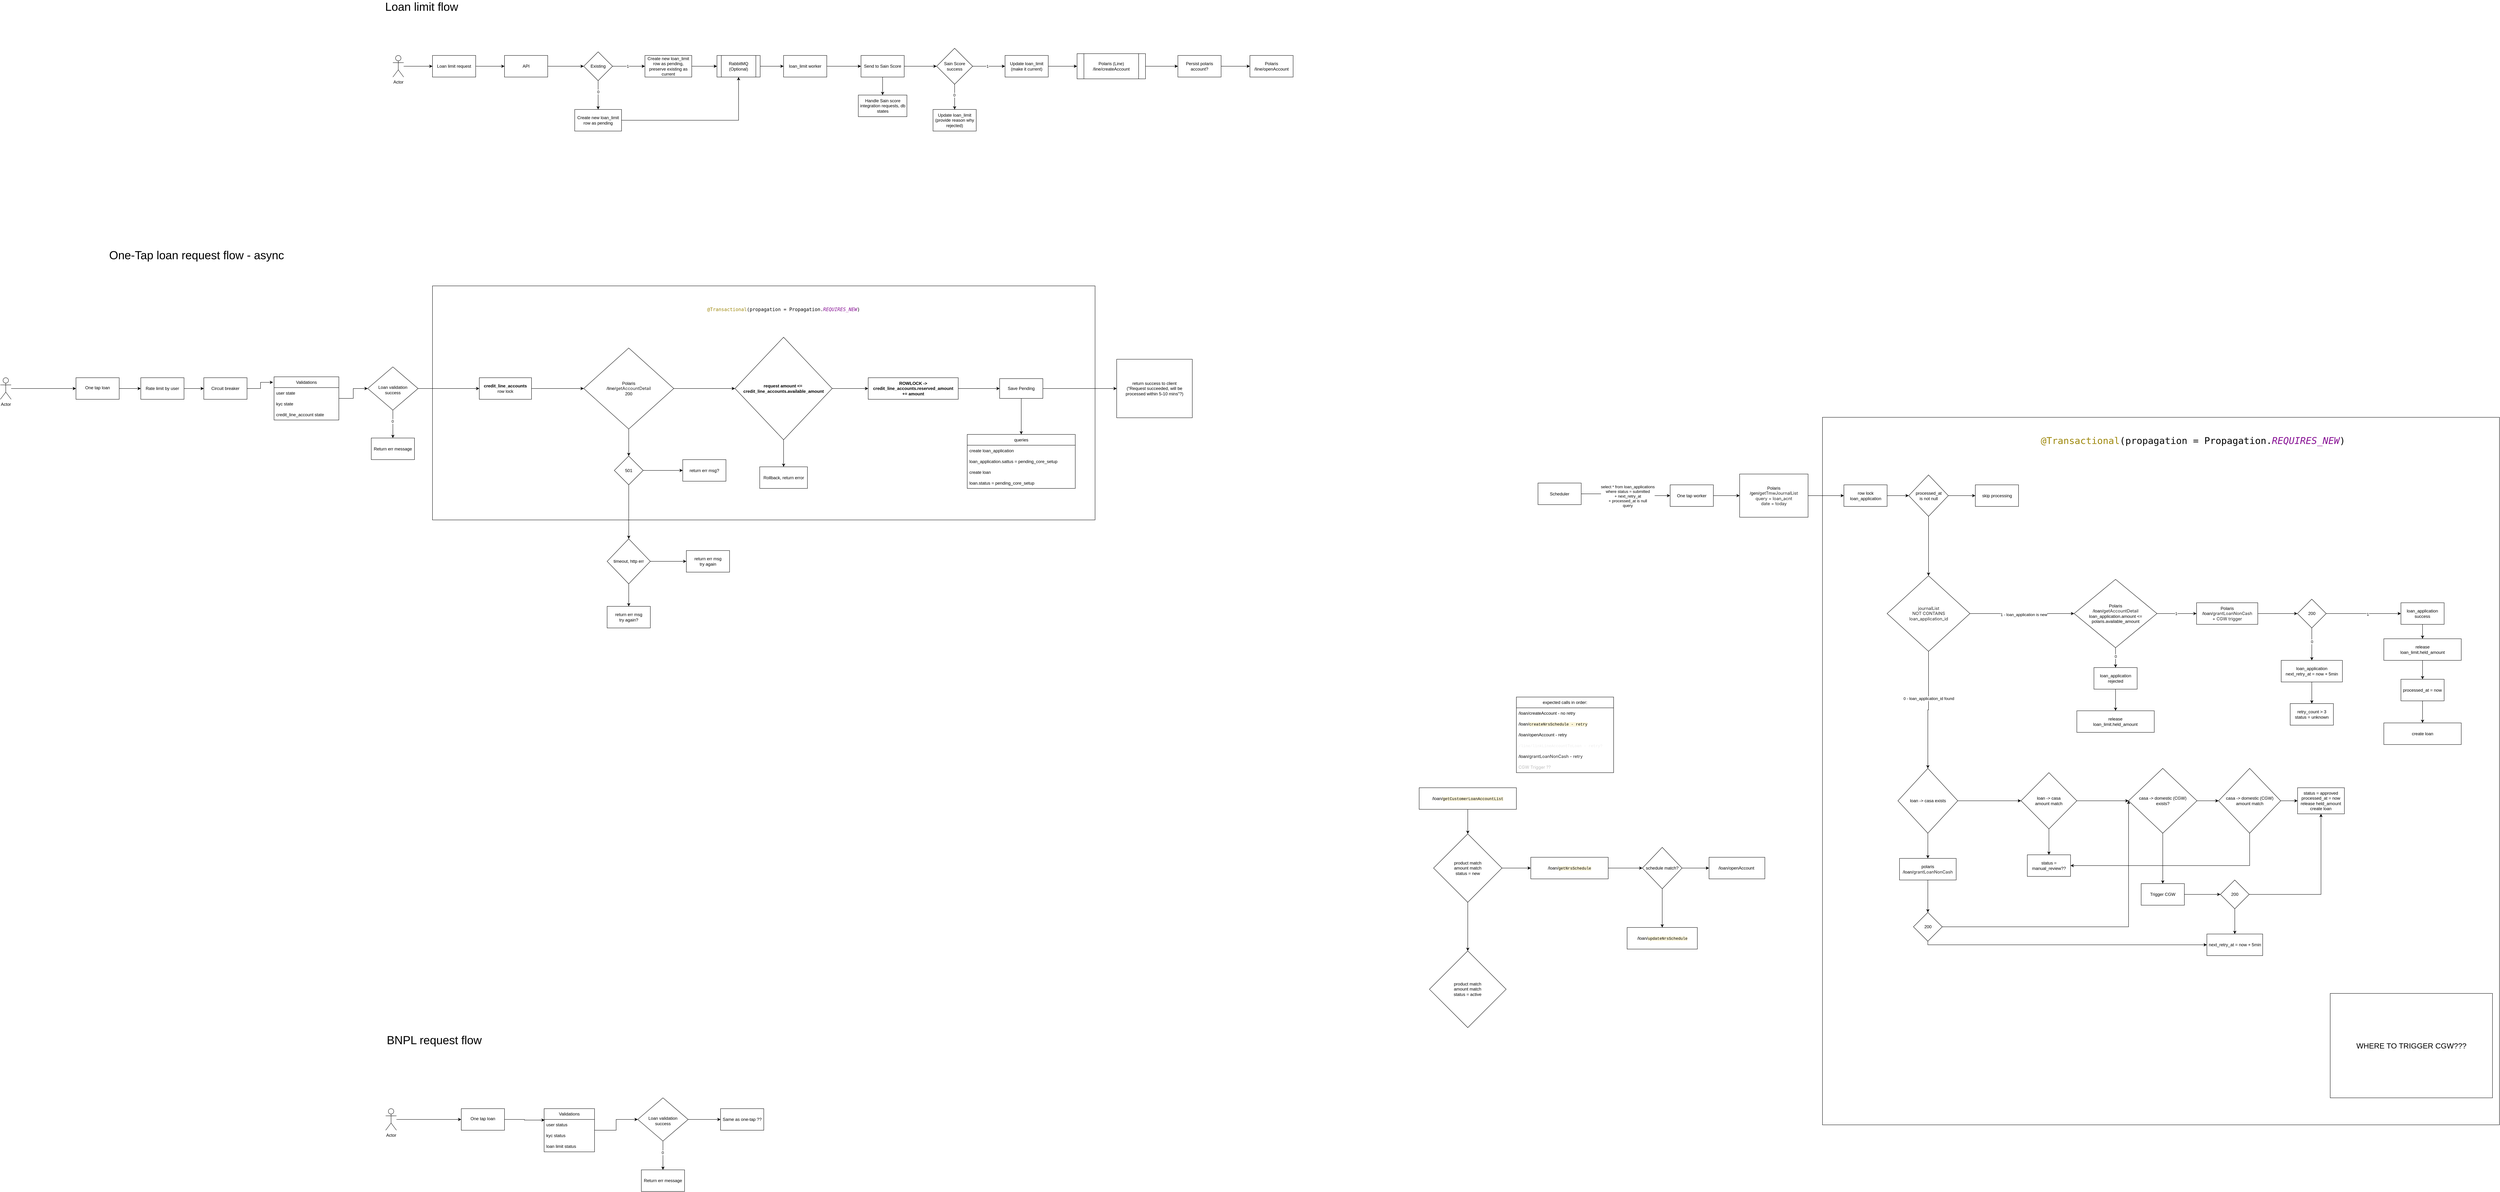
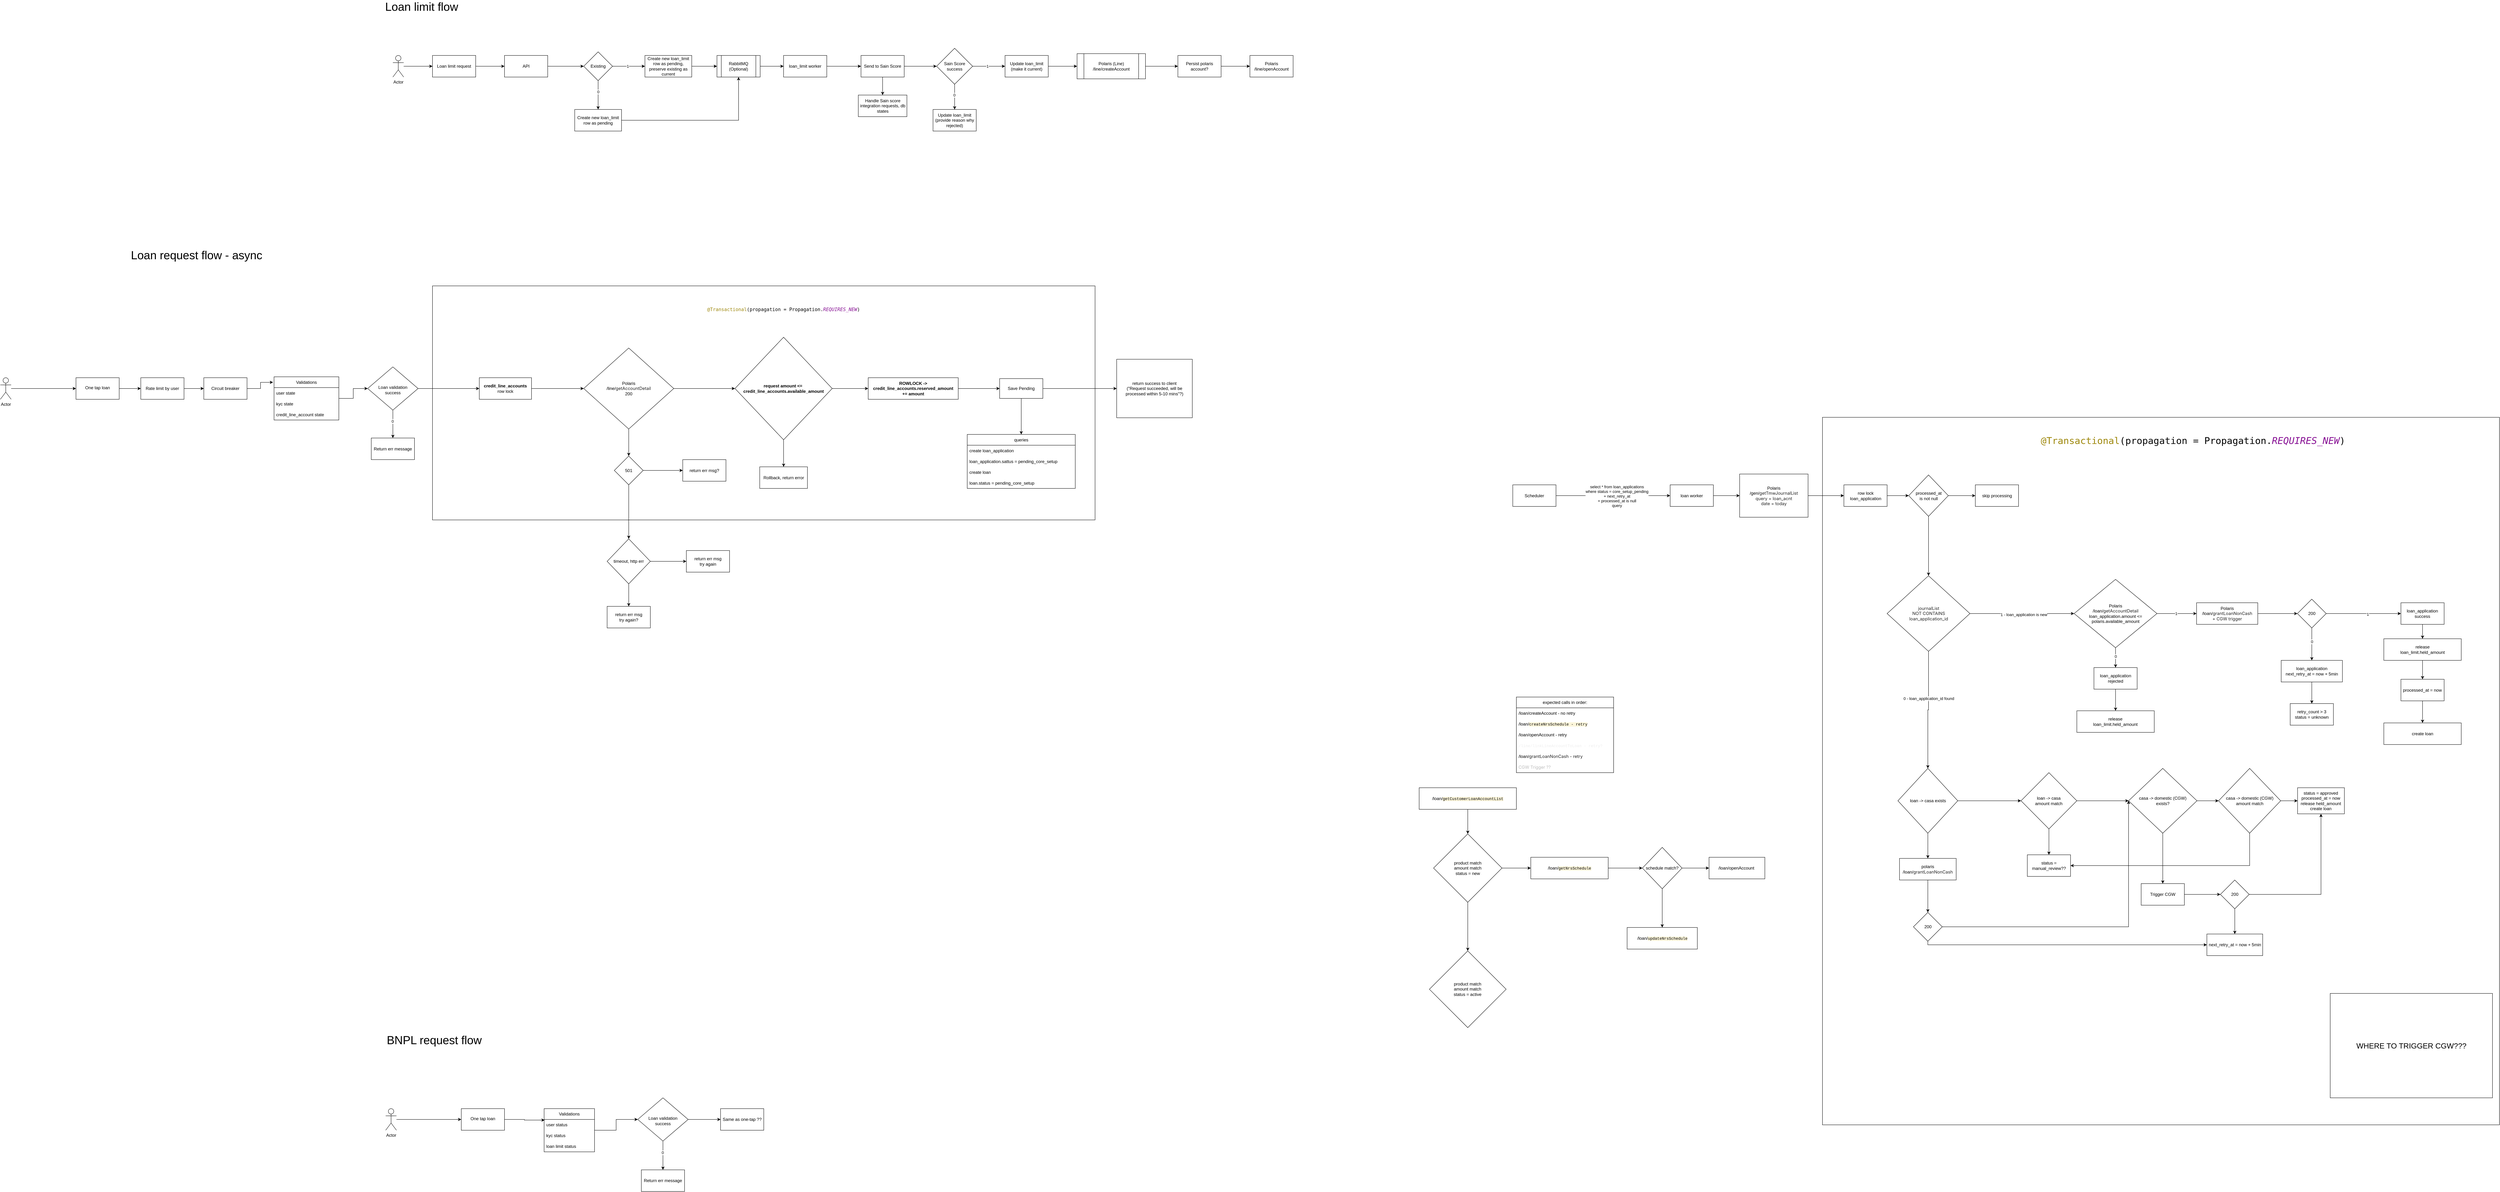
<mxfile host="app.diagrams.net">
  <diagram name="Page-1" id="VCBSuIh8bz7kurrQ0Zaz">
-     <mxGraphModel dx="2816" dy="653" grid="1" gridSize="10" guides="1" tooltips="1" connect="1" arrows="1" fold="1" page="1" pageScale="1" pageWidth="850" pageHeight="1100" math="0" shadow="0">
+     <mxGraphModel dx="2730" dy="602" grid="1" gridSize="10" guides="1" tooltips="1" connect="1" arrows="1" fold="1" page="1" pageScale="1" pageWidth="850" pageHeight="1100" math="0" shadow="0">
      <root>
        <mxCell id="0" />
        <mxCell id="1" parent="0" />
        <mxCell id="In8fDh9ZLN2M87an2Miy-188" parent="1" style="rounded=0;whiteSpace=wrap;html=1;movable=0;resizable=0;rotatable=0;deletable=0;editable=0;locked=1;connectable=0;" value="" vertex="1">
          <mxGeometry height="1965" width="1880" x="4010" y="1215" as="geometry" />
        </mxCell>
        <mxCell id="In8fDh9ZLN2M87an2Miy-172" parent="1" style="rounded=0;whiteSpace=wrap;html=1;movable=0;resizable=0;rotatable=0;deletable=0;editable=0;locked=1;connectable=0;" value="" vertex="1">
          <mxGeometry height="650" width="1840" x="150" y="850" as="geometry" />
        </mxCell>
        <mxCell id="KqixbsF9o6dLofBvsG9t-5" edge="1" parent="1" source="KqixbsF9o6dLofBvsG9t-1" style="edgeStyle=orthogonalEdgeStyle;rounded=0;orthogonalLoop=1;jettySize=auto;html=1;" target="KqixbsF9o6dLofBvsG9t-4" value="">
          <mxGeometry relative="1" as="geometry" />
        </mxCell>
        <mxCell id="KqixbsF9o6dLofBvsG9t-1" parent="1" style="rounded=0;whiteSpace=wrap;html=1;" value="Loan limit request" vertex="1">
          <mxGeometry height="60" width="120" x="150" y="210" as="geometry" />
        </mxCell>
        <mxCell id="KqixbsF9o6dLofBvsG9t-3" edge="1" parent="1" source="KqixbsF9o6dLofBvsG9t-2" style="edgeStyle=orthogonalEdgeStyle;rounded=0;orthogonalLoop=1;jettySize=auto;html=1;" target="KqixbsF9o6dLofBvsG9t-1" value="">
          <mxGeometry relative="1" as="geometry" />
        </mxCell>
        <mxCell id="KqixbsF9o6dLofBvsG9t-2" parent="1" style="shape=umlActor;verticalLabelPosition=bottom;verticalAlign=top;html=1;outlineConnect=0;" value="Actor" vertex="1">
          <mxGeometry height="60" width="30" x="40" y="210" as="geometry" />
        </mxCell>
        <mxCell id="KqixbsF9o6dLofBvsG9t-9" edge="1" parent="1" source="KqixbsF9o6dLofBvsG9t-4" style="edgeStyle=orthogonalEdgeStyle;rounded=0;orthogonalLoop=1;jettySize=auto;html=1;" target="KqixbsF9o6dLofBvsG9t-8" value="">
          <mxGeometry relative="1" as="geometry" />
        </mxCell>
        <mxCell id="KqixbsF9o6dLofBvsG9t-4" parent="1" style="rounded=0;whiteSpace=wrap;html=1;" value="API" vertex="1">
          <mxGeometry height="60" width="120" x="350" y="210" as="geometry" />
        </mxCell>
        <mxCell id="KqixbsF9o6dLofBvsG9t-11" edge="1" parent="1" source="KqixbsF9o6dLofBvsG9t-8" style="edgeStyle=orthogonalEdgeStyle;rounded=0;orthogonalLoop=1;jettySize=auto;html=1;" target="KqixbsF9o6dLofBvsG9t-10" value="">
          <mxGeometry relative="1" as="geometry" />
        </mxCell>
        <mxCell id="KqixbsF9o6dLofBvsG9t-12" connectable="0" parent="KqixbsF9o6dLofBvsG9t-11" style="edgeLabel;html=1;align=center;verticalAlign=middle;resizable=0;points=[];" value="1" vertex="1">
          <mxGeometry relative="1" x="-0.079" as="geometry">
            <mxPoint as="offset" />
          </mxGeometry>
        </mxCell>
        <mxCell id="KqixbsF9o6dLofBvsG9t-14" edge="1" parent="1" source="KqixbsF9o6dLofBvsG9t-8" style="edgeStyle=orthogonalEdgeStyle;rounded=0;orthogonalLoop=1;jettySize=auto;html=1;" target="KqixbsF9o6dLofBvsG9t-13" value="">
          <mxGeometry relative="1" as="geometry" />
        </mxCell>
        <mxCell id="KqixbsF9o6dLofBvsG9t-15" connectable="0" parent="KqixbsF9o6dLofBvsG9t-14" style="edgeLabel;html=1;align=center;verticalAlign=middle;resizable=0;points=[];" value="0" vertex="1">
          <mxGeometry relative="1" x="-0.2407" as="geometry">
            <mxPoint as="offset" />
          </mxGeometry>
        </mxCell>
        <mxCell id="KqixbsF9o6dLofBvsG9t-8" parent="1" style="rhombus;whiteSpace=wrap;html=1;rounded=0;" value="Existing" vertex="1">
          <mxGeometry height="80" width="80" x="570" y="200" as="geometry" />
        </mxCell>
        <mxCell id="KqixbsF9o6dLofBvsG9t-23" edge="1" parent="1" source="KqixbsF9o6dLofBvsG9t-10" style="edgeStyle=orthogonalEdgeStyle;rounded=0;orthogonalLoop=1;jettySize=auto;html=1;" target="KqixbsF9o6dLofBvsG9t-22" value="">
          <mxGeometry relative="1" as="geometry" />
        </mxCell>
        <mxCell id="KqixbsF9o6dLofBvsG9t-10" parent="1" style="whiteSpace=wrap;html=1;rounded=0;" value="Create new loan_limit row as pending, preserve existing as current" vertex="1">
          <mxGeometry height="60" width="130" x="740" y="210" as="geometry" />
        </mxCell>
        <mxCell id="KqixbsF9o6dLofBvsG9t-26" edge="1" parent="1" source="KqixbsF9o6dLofBvsG9t-13" style="edgeStyle=orthogonalEdgeStyle;rounded=0;orthogonalLoop=1;jettySize=auto;html=1;entryX=0.5;entryY=1;entryDx=0;entryDy=0;" target="KqixbsF9o6dLofBvsG9t-22">
          <mxGeometry relative="1" as="geometry" />
        </mxCell>
        <mxCell id="KqixbsF9o6dLofBvsG9t-13" parent="1" style="whiteSpace=wrap;html=1;rounded=0;" value="Create new loan_limit row as pending" vertex="1">
          <mxGeometry height="60" width="130" x="545" y="360" as="geometry" />
        </mxCell>
        <mxCell id="KqixbsF9o6dLofBvsG9t-25" edge="1" parent="1" source="KqixbsF9o6dLofBvsG9t-22" style="edgeStyle=orthogonalEdgeStyle;rounded=0;orthogonalLoop=1;jettySize=auto;html=1;" target="KqixbsF9o6dLofBvsG9t-24" value="">
          <mxGeometry relative="1" as="geometry" />
        </mxCell>
        <mxCell id="KqixbsF9o6dLofBvsG9t-22" parent="1" style="shape=process;whiteSpace=wrap;html=1;backgroundOutline=1;rounded=0;" value="RabbitMQ (Optional)" vertex="1">
          <mxGeometry height="60" width="120" x="940" y="210" as="geometry" />
        </mxCell>
        <mxCell id="KqixbsF9o6dLofBvsG9t-28" edge="1" parent="1" source="KqixbsF9o6dLofBvsG9t-24" style="edgeStyle=orthogonalEdgeStyle;rounded=0;orthogonalLoop=1;jettySize=auto;html=1;" target="KqixbsF9o6dLofBvsG9t-27" value="">
          <mxGeometry relative="1" as="geometry" />
        </mxCell>
        <mxCell id="KqixbsF9o6dLofBvsG9t-24" parent="1" style="whiteSpace=wrap;html=1;rounded=0;" value="loan_limit worker" vertex="1">
          <mxGeometry height="60" width="120" x="1125" y="210" as="geometry" />
        </mxCell>
        <mxCell id="KqixbsF9o6dLofBvsG9t-30" edge="1" parent="1" source="KqixbsF9o6dLofBvsG9t-27" style="edgeStyle=orthogonalEdgeStyle;rounded=0;orthogonalLoop=1;jettySize=auto;html=1;" target="KqixbsF9o6dLofBvsG9t-29" value="">
          <mxGeometry relative="1" as="geometry" />
        </mxCell>
        <mxCell id="KqixbsF9o6dLofBvsG9t-38" edge="1" parent="1" source="KqixbsF9o6dLofBvsG9t-27" style="edgeStyle=orthogonalEdgeStyle;rounded=0;orthogonalLoop=1;jettySize=auto;html=1;" target="KqixbsF9o6dLofBvsG9t-37" value="">
          <mxGeometry relative="1" as="geometry" />
        </mxCell>
        <mxCell id="KqixbsF9o6dLofBvsG9t-27" parent="1" style="whiteSpace=wrap;html=1;rounded=0;" value="Send to Sain Score" vertex="1">
          <mxGeometry height="60" width="120" x="1340" y="210" as="geometry" />
        </mxCell>
        <mxCell id="KqixbsF9o6dLofBvsG9t-32" edge="1" parent="1" source="KqixbsF9o6dLofBvsG9t-29" style="edgeStyle=orthogonalEdgeStyle;rounded=0;orthogonalLoop=1;jettySize=auto;html=1;" target="KqixbsF9o6dLofBvsG9t-31" value="">
          <mxGeometry relative="1" as="geometry" />
        </mxCell>
        <mxCell id="KqixbsF9o6dLofBvsG9t-33" connectable="0" parent="KqixbsF9o6dLofBvsG9t-32" style="edgeLabel;html=1;align=center;verticalAlign=middle;resizable=0;points=[];" value="1" vertex="1">
          <mxGeometry relative="1" x="-0.1048" as="geometry">
            <mxPoint as="offset" />
          </mxGeometry>
        </mxCell>
        <mxCell id="KqixbsF9o6dLofBvsG9t-35" edge="1" parent="1" source="KqixbsF9o6dLofBvsG9t-29" style="edgeStyle=orthogonalEdgeStyle;rounded=0;orthogonalLoop=1;jettySize=auto;html=1;" target="KqixbsF9o6dLofBvsG9t-34" value="">
          <mxGeometry relative="1" as="geometry" />
        </mxCell>
        <mxCell id="KqixbsF9o6dLofBvsG9t-36" connectable="0" parent="KqixbsF9o6dLofBvsG9t-35" style="edgeLabel;html=1;align=center;verticalAlign=middle;resizable=0;points=[];" value="0" vertex="1">
          <mxGeometry relative="1" x="-0.1429" y="-1" as="geometry">
            <mxPoint as="offset" />
          </mxGeometry>
        </mxCell>
        <mxCell id="KqixbsF9o6dLofBvsG9t-29" parent="1" style="rhombus;whiteSpace=wrap;html=1;rounded=0;" value="Sain Score success" vertex="1">
          <mxGeometry height="100" width="100" x="1550" y="190" as="geometry" />
        </mxCell>
        <mxCell id="KqixbsF9o6dLofBvsG9t-66" edge="1" parent="1" source="KqixbsF9o6dLofBvsG9t-31" style="edgeStyle=orthogonalEdgeStyle;rounded=0;orthogonalLoop=1;jettySize=auto;html=1;" target="KqixbsF9o6dLofBvsG9t-65" value="">
          <mxGeometry relative="1" as="geometry" />
        </mxCell>
        <mxCell id="KqixbsF9o6dLofBvsG9t-31" parent="1" style="whiteSpace=wrap;html=1;rounded=0;" value="Update loan_limit (make it current)" vertex="1">
          <mxGeometry height="60" width="120" x="1740" y="210" as="geometry" />
        </mxCell>
        <mxCell id="KqixbsF9o6dLofBvsG9t-34" parent="1" style="whiteSpace=wrap;html=1;rounded=0;" value="Update loan_limit&lt;br&gt;(provide reason why rejected)" vertex="1">
          <mxGeometry height="60" width="120" x="1540" y="360" as="geometry" />
        </mxCell>
        <mxCell id="KqixbsF9o6dLofBvsG9t-37" parent="1" style="whiteSpace=wrap;html=1;rounded=0;" value="Handle Sain score integration requests, db states" vertex="1">
          <mxGeometry height="60" width="135" x="1332.5" y="320" as="geometry" />
        </mxCell>
        <mxCell id="KqixbsF9o6dLofBvsG9t-40" parent="1" style="text;html=1;whiteSpace=wrap;strokeColor=none;fillColor=none;align=center;verticalAlign=middle;rounded=0;fontSize=32;" value="Loan limit flow" vertex="1">
          <mxGeometry height="30" width="260" x="-10" y="60" as="geometry" />
        </mxCell>
        <mxCell id="KqixbsF9o6dLofBvsG9t-74" edge="1" parent="1" source="KqixbsF9o6dLofBvsG9t-65" style="edgeStyle=orthogonalEdgeStyle;rounded=0;orthogonalLoop=1;jettySize=auto;html=1;" target="KqixbsF9o6dLofBvsG9t-73" value="">
          <mxGeometry relative="1" as="geometry" />
        </mxCell>
        <mxCell id="KqixbsF9o6dLofBvsG9t-65" parent="1" style="shape=process;whiteSpace=wrap;html=1;backgroundOutline=1;rounded=0;" value="Polaris (Line)&lt;br&gt;/line/createAccount" vertex="1">
          <mxGeometry height="70" width="190" x="1940" y="205" as="geometry" />
        </mxCell>
        <mxCell id="P7TJZT1PVnBYbLh7lMs1-4" edge="1" parent="1" source="KqixbsF9o6dLofBvsG9t-73" style="edgeStyle=orthogonalEdgeStyle;rounded=0;orthogonalLoop=1;jettySize=auto;html=1;" target="P7TJZT1PVnBYbLh7lMs1-3" value="">
          <mxGeometry relative="1" as="geometry" />
        </mxCell>
        <mxCell id="KqixbsF9o6dLofBvsG9t-73" parent="1" style="whiteSpace=wrap;html=1;rounded=0;" value="Persist polaris account?" vertex="1">
          <mxGeometry height="60" width="120" x="2220" y="210" as="geometry" />
        </mxCell>
-         <mxCell id="U8Ajh8Gpa-m2DNKNFQys-1" parent="1" style="text;html=1;whiteSpace=wrap;strokeColor=none;fillColor=none;align=center;verticalAlign=middle;rounded=0;fontSize=32;" value="One-Tap loan request flow - async" vertex="1">
+         <mxCell id="U8Ajh8Gpa-m2DNKNFQys-1" parent="1" style="text;html=1;whiteSpace=wrap;strokeColor=none;fillColor=none;align=center;verticalAlign=middle;rounded=0;fontSize=32;" value="Loan request flow - async" vertex="1">
          <mxGeometry height="30" width="590" x="-800" y="750" as="geometry" />
        </mxCell>
        <mxCell id="In8fDh9ZLN2M87an2Miy-1" edge="1" parent="1" source="In8fDh9ZLN2M87an2Miy-2" style="edgeStyle=orthogonalEdgeStyle;rounded=0;orthogonalLoop=1;jettySize=auto;html=1;" target="In8fDh9ZLN2M87an2Miy-4" value="">
          <mxGeometry relative="1" as="geometry" />
        </mxCell>
        <mxCell id="In8fDh9ZLN2M87an2Miy-2" parent="1" style="shape=umlActor;verticalLabelPosition=bottom;verticalAlign=top;html=1;outlineConnect=0;" value="Actor" vertex="1">
          <mxGeometry height="60" width="30" x="-1050" y="1105" as="geometry" />
        </mxCell>
        <mxCell id="P7TJZT1PVnBYbLh7lMs1-42" edge="1" parent="1" source="In8fDh9ZLN2M87an2Miy-4" style="edgeStyle=orthogonalEdgeStyle;rounded=0;orthogonalLoop=1;jettySize=auto;html=1;" target="P7TJZT1PVnBYbLh7lMs1-41" value="">
          <mxGeometry relative="1" as="geometry" />
        </mxCell>
        <mxCell id="In8fDh9ZLN2M87an2Miy-4" parent="1" style="whiteSpace=wrap;html=1;verticalAlign=top;" value="&lt;div&gt;&lt;br&gt;&lt;/div&gt;&lt;div&gt;One tap loan&lt;/div&gt;" vertex="1">
          <mxGeometry height="60" width="120" x="-840" y="1105" as="geometry" />
        </mxCell>
        <mxCell id="In8fDh9ZLN2M87an2Miy-7" edge="1" parent="1" source="In8fDh9ZLN2M87an2Miy-9" style="edgeStyle=orthogonalEdgeStyle;rounded=0;orthogonalLoop=1;jettySize=auto;html=1;" target="In8fDh9ZLN2M87an2Miy-13" value="">
          <mxGeometry relative="1" as="geometry" />
        </mxCell>
        <mxCell id="In8fDh9ZLN2M87an2Miy-8" connectable="0" parent="In8fDh9ZLN2M87an2Miy-7" style="edgeLabel;html=1;align=center;verticalAlign=middle;resizable=0;points=[];" value="0" vertex="1">
          <mxGeometry relative="1" x="-0.2091" y="-1" as="geometry">
            <mxPoint as="offset" />
          </mxGeometry>
        </mxCell>
        <mxCell id="P7TJZT1PVnBYbLh7lMs1-36" edge="1" parent="1" source="In8fDh9ZLN2M87an2Miy-9" style="edgeStyle=orthogonalEdgeStyle;rounded=0;orthogonalLoop=1;jettySize=auto;html=1;entryX=0;entryY=0.5;entryDx=0;entryDy=0;" target="In8fDh9ZLN2M87an2Miy-161">
          <mxGeometry relative="1" as="geometry" />
        </mxCell>
        <mxCell id="In8fDh9ZLN2M87an2Miy-9" parent="1" style="rhombus;whiteSpace=wrap;html=1;verticalAlign=top;" value="&lt;br&gt;&lt;br&gt;&lt;div&gt;&lt;br&gt;&lt;/div&gt;&lt;div&gt;Loan validation&lt;br&gt;success&lt;/div&gt;" vertex="1">
          <mxGeometry height="120" width="140" x="-30" y="1075" as="geometry" />
        </mxCell>
        <mxCell id="In8fDh9ZLN2M87an2Miy-10" edge="1" parent="1" source="In8fDh9ZLN2M87an2Miy-12" style="edgeStyle=orthogonalEdgeStyle;rounded=0;orthogonalLoop=1;jettySize=auto;html=1;entryX=0.5;entryY=0;entryDx=0;entryDy=0;" target="In8fDh9ZLN2M87an2Miy-14">
          <mxGeometry relative="1" as="geometry" />
        </mxCell>
        <mxCell id="In8fDh9ZLN2M87an2Miy-54" edge="1" parent="1" source="In8fDh9ZLN2M87an2Miy-105" style="edgeStyle=orthogonalEdgeStyle;rounded=0;orthogonalLoop=1;jettySize=auto;html=1;exitX=1;exitY=0.5;exitDx=0;exitDy=0;" target="In8fDh9ZLN2M87an2Miy-53" value="">
          <mxGeometry relative="1" as="geometry">
            <mxPoint x="3329.5" y="1432.5" as="sourcePoint" />
          </mxGeometry>
        </mxCell>
-         <mxCell id="In8fDh9ZLN2M87an2Miy-55" connectable="0" parent="In8fDh9ZLN2M87an2Miy-54" style="edgeLabel;html=1;align=center;verticalAlign=middle;resizable=0;points=[];" value="select * from loan_applications&lt;br&gt;where status = submitted&lt;br&gt;+ next_retry_at&lt;br&gt;+ processed_at is null&lt;br&gt;query" vertex="1">
+         <mxCell id="In8fDh9ZLN2M87an2Miy-55" connectable="0" parent="In8fDh9ZLN2M87an2Miy-54" style="edgeLabel;html=1;align=center;verticalAlign=middle;resizable=0;points=[];" value="select * from loan_applications&lt;br&gt;where status = core_setup_pending&lt;br&gt;+ next_retry_at&lt;br&gt;+ processed_at is null&lt;br&gt;query" vertex="1">
          <mxGeometry relative="1" x="0.0637" y="-1" as="geometry">
            <mxPoint as="offset" />
          </mxGeometry>
        </mxCell>
        <mxCell id="In8fDh9ZLN2M87an2Miy-246" edge="1" parent="1" source="In8fDh9ZLN2M87an2Miy-12" style="edgeStyle=orthogonalEdgeStyle;rounded=0;orthogonalLoop=1;jettySize=auto;html=1;entryX=0;entryY=0.5;entryDx=0;entryDy=0;" target="In8fDh9ZLN2M87an2Miy-185">
          <mxGeometry relative="1" as="geometry">
            <mxPoint x="2120" y="1137" as="targetPoint" />
          </mxGeometry>
        </mxCell>
        <mxCell id="In8fDh9ZLN2M87an2Miy-12" parent="1" style="whiteSpace=wrap;html=1;verticalAlign=middle;" value="Save Pending" vertex="1">
          <mxGeometry height="55" width="120" x="1725" y="1107.5" as="geometry" />
        </mxCell>
        <mxCell id="In8fDh9ZLN2M87an2Miy-13" parent="1" style="whiteSpace=wrap;html=1;verticalAlign=middle;" value="Return err message" vertex="1">
          <mxGeometry height="60" width="120" x="-20" y="1272.5" as="geometry" />
        </mxCell>
        <mxCell id="In8fDh9ZLN2M87an2Miy-14" parent="1" style="swimlane;fontStyle=0;childLayout=stackLayout;horizontal=1;startSize=30;horizontalStack=0;resizeParent=1;resizeParentMax=0;resizeLast=0;collapsible=1;marginBottom=0;whiteSpace=wrap;html=1;" value="queries" vertex="1">
          <mxGeometry height="150" width="300" x="1635" y="1262.5" as="geometry" />
        </mxCell>
        <mxCell id="In8fDh9ZLN2M87an2Miy-15" parent="In8fDh9ZLN2M87an2Miy-14" style="text;strokeColor=none;fillColor=none;align=left;verticalAlign=middle;spacingLeft=4;spacingRight=4;overflow=hidden;points=[[0,0.5],[1,0.5]];portConstraint=eastwest;rotatable=0;whiteSpace=wrap;html=1;" value="create loan_application" vertex="1">
          <mxGeometry height="30" width="300" y="30" as="geometry" />
        </mxCell>
        <mxCell id="In8fDh9ZLN2M87an2Miy-104" parent="In8fDh9ZLN2M87an2Miy-14" style="text;strokeColor=none;fillColor=none;align=left;verticalAlign=middle;spacingLeft=4;spacingRight=4;overflow=hidden;points=[[0,0.5],[1,0.5]];portConstraint=eastwest;rotatable=0;whiteSpace=wrap;html=1;" value="loan_application.sattus = pending_core_setup" vertex="1">
          <mxGeometry height="30" width="300" y="60" as="geometry" />
        </mxCell>
        <mxCell id="In8fDh9ZLN2M87an2Miy-17" parent="In8fDh9ZLN2M87an2Miy-14" style="text;strokeColor=none;fillColor=none;align=left;verticalAlign=middle;spacingLeft=4;spacingRight=4;overflow=hidden;points=[[0,0.5],[1,0.5]];portConstraint=eastwest;rotatable=0;whiteSpace=wrap;html=1;" value="create loan" vertex="1">
          <mxGeometry height="30" width="300" y="90" as="geometry" />
        </mxCell>
        <mxCell id="P7TJZT1PVnBYbLh7lMs1-40" parent="In8fDh9ZLN2M87an2Miy-14" style="text;strokeColor=none;fillColor=none;align=left;verticalAlign=middle;spacingLeft=4;spacingRight=4;overflow=hidden;points=[[0,0.5],[1,0.5]];portConstraint=eastwest;rotatable=0;whiteSpace=wrap;html=1;" value="loan.status = pending_core_setup" vertex="1">
          <mxGeometry height="30" width="300" y="120" as="geometry" />
        </mxCell>
        <mxCell id="In8fDh9ZLN2M87an2Miy-32" edge="1" parent="1" source="In8fDh9ZLN2M87an2Miy-27" style="edgeStyle=orthogonalEdgeStyle;rounded=0;orthogonalLoop=1;jettySize=auto;html=1;entryX=0;entryY=0.5;entryDx=0;entryDy=0;" target="In8fDh9ZLN2M87an2Miy-9">
          <mxGeometry relative="1" as="geometry" />
        </mxCell>
        <mxCell id="In8fDh9ZLN2M87an2Miy-27" parent="1" style="swimlane;fontStyle=0;childLayout=stackLayout;horizontal=1;startSize=30;horizontalStack=0;resizeParent=1;resizeParentMax=0;resizeLast=0;collapsible=1;marginBottom=0;whiteSpace=wrap;html=1;" value="Validations" vertex="1">
          <mxGeometry height="120" width="180" x="-290" y="1102.5" as="geometry" />
        </mxCell>
        <mxCell id="In8fDh9ZLN2M87an2Miy-28" parent="In8fDh9ZLN2M87an2Miy-27" style="text;strokeColor=none;fillColor=none;align=left;verticalAlign=middle;spacingLeft=4;spacingRight=4;overflow=hidden;points=[[0,0.5],[1,0.5]];portConstraint=eastwest;rotatable=0;whiteSpace=wrap;html=1;" value="user state" vertex="1">
          <mxGeometry height="30" width="180" y="30" as="geometry" />
        </mxCell>
        <mxCell id="In8fDh9ZLN2M87an2Miy-29" parent="In8fDh9ZLN2M87an2Miy-27" style="text;strokeColor=none;fillColor=none;align=left;verticalAlign=middle;spacingLeft=4;spacingRight=4;overflow=hidden;points=[[0,0.5],[1,0.5]];portConstraint=eastwest;rotatable=0;whiteSpace=wrap;html=1;" value="kyc state" vertex="1">
          <mxGeometry height="30" width="180" y="60" as="geometry" />
        </mxCell>
        <mxCell id="In8fDh9ZLN2M87an2Miy-33" parent="In8fDh9ZLN2M87an2Miy-27" style="text;strokeColor=none;fillColor=none;align=left;verticalAlign=middle;spacingLeft=4;spacingRight=4;overflow=hidden;points=[[0,0.5],[1,0.5]];portConstraint=eastwest;rotatable=0;whiteSpace=wrap;html=1;" value="credit_line_account state" vertex="1">
          <mxGeometry height="30" width="180" y="90" as="geometry" />
        </mxCell>
        <mxCell id="In8fDh9ZLN2M87an2Miy-116" edge="1" parent="1" source="In8fDh9ZLN2M87an2Miy-53" style="edgeStyle=orthogonalEdgeStyle;rounded=0;orthogonalLoop=1;jettySize=auto;html=1;entryX=0;entryY=0.5;entryDx=0;entryDy=0;" target="In8fDh9ZLN2M87an2Miy-68">
          <mxGeometry relative="1" as="geometry" />
        </mxCell>
-         <mxCell id="In8fDh9ZLN2M87an2Miy-53" parent="1" style="whiteSpace=wrap;html=1;" value="One tap worker" vertex="1">
+         <mxCell id="In8fDh9ZLN2M87an2Miy-53" parent="1" style="whiteSpace=wrap;html=1;" value="loan worker" vertex="1">
          <mxGeometry height="60" width="120" x="3587" y="1402.5" as="geometry" />
        </mxCell>
        <mxCell id="In8fDh9ZLN2M87an2Miy-67" edge="1" parent="1" source="In8fDh9ZLN2M87an2Miy-58" style="edgeStyle=orthogonalEdgeStyle;rounded=0;orthogonalLoop=1;jettySize=auto;html=1;entryX=0;entryY=0.5;entryDx=0;entryDy=0;" target="In8fDh9ZLN2M87an2Miy-66" value="">
          <mxGeometry relative="1" as="geometry">
            <mxPoint x="5343.87" y="1760" as="targetPoint" />
          </mxGeometry>
        </mxCell>
        <mxCell id="In8fDh9ZLN2M87an2Miy-58" parent="1" style="whiteSpace=wrap;html=1;" value="Polaris /loan/&lt;span style=&quot;color: rgb(33, 33, 33); font-family: Inter, system-ui, -apple-system, &amp;quot;system-ui&amp;quot;, &amp;quot;Segoe UI&amp;quot;, Roboto, Oxygen, Ubuntu, Cantarell, &amp;quot;Fira Sans&amp;quot;, &amp;quot;Droid Sans&amp;quot;, Helvetica, Arial, sans-serif; text-align: left; white-space: pre-wrap; background-color: rgb(255, 255, 255);&quot;&gt;grantLoanNonCash&lt;br/&gt;+ CGW trigger&lt;/span&gt;" vertex="1">
          <mxGeometry height="60" width="170" x="5048.87" y="1730" as="geometry" />
        </mxCell>
        <mxCell id="In8fDh9ZLN2M87an2Miy-62" edge="1" parent="1" source="In8fDh9ZLN2M87an2Miy-59" style="edgeStyle=orthogonalEdgeStyle;rounded=0;orthogonalLoop=1;jettySize=auto;html=1;" target="In8fDh9ZLN2M87an2Miy-61" value="">
          <mxGeometry relative="1" as="geometry" />
        </mxCell>
        <mxCell id="In8fDh9ZLN2M87an2Miy-91" connectable="0" parent="In8fDh9ZLN2M87an2Miy-62" style="edgeLabel;html=1;align=center;verticalAlign=middle;resizable=0;points=[];" value="0" vertex="1">
          <mxGeometry relative="1" x="-0.1431" as="geometry">
            <mxPoint as="offset" />
          </mxGeometry>
        </mxCell>
        <mxCell id="In8fDh9ZLN2M87an2Miy-65" edge="1" parent="1" source="In8fDh9ZLN2M87an2Miy-59" style="edgeStyle=orthogonalEdgeStyle;rounded=0;orthogonalLoop=1;jettySize=auto;html=1;" target="In8fDh9ZLN2M87an2Miy-58">
          <mxGeometry relative="1" as="geometry" />
        </mxCell>
        <mxCell id="In8fDh9ZLN2M87an2Miy-90" connectable="0" parent="In8fDh9ZLN2M87an2Miy-65" style="edgeLabel;html=1;align=center;verticalAlign=middle;resizable=0;points=[];" value="1" vertex="1">
          <mxGeometry relative="1" x="-0.0451" as="geometry">
            <mxPoint as="offset" />
          </mxGeometry>
        </mxCell>
        <mxCell id="In8fDh9ZLN2M87an2Miy-59" parent="1" style="rhombus;whiteSpace=wrap;html=1;" value="Polaris&lt;br&gt;/loan/&lt;span style=&quot;color: rgb(33, 33, 33); font-family: Inter, system-ui, -apple-system, &amp;quot;system-ui&amp;quot;, &amp;quot;Segoe UI&amp;quot;, Roboto, Oxygen, Ubuntu, Cantarell, &amp;quot;Fira Sans&amp;quot;, &amp;quot;Droid Sans&amp;quot;, Helvetica, Arial, sans-serif; text-align: left; white-space: pre-wrap; background-color: rgb(255, 255, 255);&quot;&gt;getAccountDetail&lt;/span&gt;&lt;br&gt;loan_application.amount &amp;lt;= polaris.available_amount" vertex="1">
          <mxGeometry height="190" width="230" x="4708.87" y="1665" as="geometry" />
        </mxCell>
        <mxCell id="In8fDh9ZLN2M87an2Miy-64" edge="1" parent="1" source="In8fDh9ZLN2M87an2Miy-61" style="edgeStyle=orthogonalEdgeStyle;rounded=0;orthogonalLoop=1;jettySize=auto;html=1;" target="In8fDh9ZLN2M87an2Miy-63" value="">
          <mxGeometry relative="1" as="geometry" />
        </mxCell>
        <mxCell id="In8fDh9ZLN2M87an2Miy-61" parent="1" style="whiteSpace=wrap;html=1;" value="loan_application&lt;br&gt;rejected" vertex="1">
          <mxGeometry height="60" width="120" x="4763.87" y="1910" as="geometry" />
        </mxCell>
        <mxCell id="In8fDh9ZLN2M87an2Miy-63" parent="1" style="whiteSpace=wrap;html=1;" value="release &lt;br&gt;loan_limit.held_amount" vertex="1">
          <mxGeometry height="60" width="215" x="4716.37" y="2030" as="geometry" />
        </mxCell>
        <mxCell id="In8fDh9ZLN2M87an2Miy-81" edge="1" parent="1" source="In8fDh9ZLN2M87an2Miy-66" style="edgeStyle=orthogonalEdgeStyle;rounded=0;orthogonalLoop=1;jettySize=auto;html=1;entryX=0;entryY=0.5;entryDx=0;entryDy=0;" target="In8fDh9ZLN2M87an2Miy-79">
          <mxGeometry relative="1" as="geometry" />
        </mxCell>
        <mxCell id="In8fDh9ZLN2M87an2Miy-92" connectable="0" parent="In8fDh9ZLN2M87an2Miy-81" style="edgeLabel;html=1;align=center;verticalAlign=middle;resizable=0;points=[];" value="1" vertex="1">
          <mxGeometry relative="1" x="0.1055" y="-2" as="geometry">
            <mxPoint as="offset" />
          </mxGeometry>
        </mxCell>
        <mxCell id="In8fDh9ZLN2M87an2Miy-83" edge="1" parent="1" source="In8fDh9ZLN2M87an2Miy-66" style="edgeStyle=orthogonalEdgeStyle;rounded=0;orthogonalLoop=1;jettySize=auto;html=1;" target="In8fDh9ZLN2M87an2Miy-82" value="">
          <mxGeometry relative="1" as="geometry" />
        </mxCell>
        <mxCell id="In8fDh9ZLN2M87an2Miy-93" connectable="0" parent="In8fDh9ZLN2M87an2Miy-83" style="edgeLabel;html=1;align=center;verticalAlign=middle;resizable=0;points=[];" value="0" vertex="1">
          <mxGeometry relative="1" x="-0.1623" as="geometry">
            <mxPoint as="offset" />
          </mxGeometry>
        </mxCell>
        <mxCell id="In8fDh9ZLN2M87an2Miy-66" parent="1" style="rhombus;whiteSpace=wrap;html=1;" value="200" vertex="1">
          <mxGeometry height="80" width="80" x="5328.87" y="1720" as="geometry" />
        </mxCell>
        <mxCell id="In8fDh9ZLN2M87an2Miy-119" edge="1" parent="1" source="In8fDh9ZLN2M87an2Miy-68" style="edgeStyle=orthogonalEdgeStyle;rounded=0;orthogonalLoop=1;jettySize=auto;html=1;" target="In8fDh9ZLN2M87an2Miy-118" value="">
          <mxGeometry relative="1" as="geometry" />
        </mxCell>
        <mxCell id="In8fDh9ZLN2M87an2Miy-68" parent="1" style="whiteSpace=wrap;html=1;" value="Polaris&lt;br&gt;/gen/&lt;span style=&quot;white-space: pre-wrap; color: rgb(33, 33, 33); font-family: Inter, system-ui, -apple-system, &amp;quot;system-ui&amp;quot;, &amp;quot;Segoe UI&amp;quot;, Roboto, Oxygen, Ubuntu, Cantarell, &amp;quot;Fira Sans&amp;quot;, &amp;quot;Droid Sans&amp;quot;, Helvetica, Arial, sans-serif; text-align: left; background-color: rgb(255, 255, 255);&quot;&gt;getTmwJournalList&lt;br&gt;query = loan_acnt&lt;br/&gt;date = today&lt;/span&gt;" vertex="1">
          <mxGeometry height="120" width="190" x="3780" y="1372.5" as="geometry" />
        </mxCell>
        <mxCell id="In8fDh9ZLN2M87an2Miy-71" edge="1" parent="1" source="In8fDh9ZLN2M87an2Miy-69" style="edgeStyle=orthogonalEdgeStyle;rounded=0;orthogonalLoop=1;jettySize=auto;html=1;entryX=0;entryY=0.5;entryDx=0;entryDy=0;" target="In8fDh9ZLN2M87an2Miy-59">
          <mxGeometry relative="1" as="geometry" />
        </mxCell>
        <mxCell id="In8fDh9ZLN2M87an2Miy-77" connectable="0" parent="In8fDh9ZLN2M87an2Miy-71" style="edgeLabel;html=1;align=center;verticalAlign=middle;resizable=0;points=[];" value="1 - loan_application is new" vertex="1">
          <mxGeometry relative="1" x="0.0312" y="-3" as="geometry">
            <mxPoint as="offset" />
          </mxGeometry>
        </mxCell>
        <mxCell id="In8fDh9ZLN2M87an2Miy-73" edge="1" parent="1" source="In8fDh9ZLN2M87an2Miy-69" style="edgeStyle=orthogonalEdgeStyle;rounded=0;orthogonalLoop=1;jettySize=auto;html=1;entryX=0.5;entryY=0;entryDx=0;entryDy=0;" target="In8fDh9ZLN2M87an2Miy-111" value="">
          <mxGeometry relative="1" as="geometry">
            <mxPoint x="4303.87" y="1960" as="targetPoint" />
          </mxGeometry>
        </mxCell>
        <mxCell id="In8fDh9ZLN2M87an2Miy-74" connectable="0" parent="In8fDh9ZLN2M87an2Miy-73" style="edgeLabel;html=1;align=center;verticalAlign=middle;resizable=0;points=[];" value="0 - loan_application_id found" vertex="1">
          <mxGeometry relative="1" x="-0.1975" as="geometry">
            <mxPoint as="offset" />
          </mxGeometry>
        </mxCell>
        <mxCell id="In8fDh9ZLN2M87an2Miy-69" parent="1" style="rhombus;whiteSpace=wrap;html=1;verticalAlign=middle;" value="&lt;div style=&quot;text-align: center;&quot;&gt;&lt;span style=&quot;background-color: light-dark(rgb(255, 255, 255), rgb(18, 18, 18)); color: light-dark(rgb(33, 33, 33), rgb(209, 209, 209)); font-family: Inter, system-ui, -apple-system, &amp;quot;system-ui&amp;quot;, &amp;quot;Segoe UI&amp;quot;, Roboto, Oxygen, Ubuntu, Cantarell, &amp;quot;Fira Sans&amp;quot;, &amp;quot;Droid Sans&amp;quot;, Helvetica, Arial, sans-serif; text-align: left; white-space: pre-wrap;&quot;&gt;journalList&lt;br&gt;NOT CONTAINS&lt;/span&gt;&lt;/div&gt;&lt;span style=&quot;white-space: pre-wrap; color: rgb(33, 33, 33); font-family: Inter, system-ui, -apple-system, &amp;quot;system-ui&amp;quot;, &amp;quot;Segoe UI&amp;quot;, Roboto, Oxygen, Ubuntu, Cantarell, &amp;quot;Fira Sans&amp;quot;, &amp;quot;Droid Sans&amp;quot;, Helvetica, Arial, sans-serif; text-align: left; background-color: rgb(255, 255, 255);&quot;&gt;loan_application_id&lt;/span&gt;" vertex="1">
          <mxGeometry height="210" width="230" x="4189.5" y="1655" as="geometry" />
        </mxCell>
        <mxCell id="In8fDh9ZLN2M87an2Miy-78" edge="1" parent="1" source="In8fDh9ZLN2M87an2Miy-79" style="edgeStyle=orthogonalEdgeStyle;rounded=0;orthogonalLoop=1;jettySize=auto;html=1;" target="In8fDh9ZLN2M87an2Miy-80" value="">
          <mxGeometry relative="1" as="geometry" />
        </mxCell>
        <mxCell id="In8fDh9ZLN2M87an2Miy-79" parent="1" style="whiteSpace=wrap;html=1;" value="loan_application&lt;br&gt;success" vertex="1">
          <mxGeometry height="60" width="120" x="5616.37" y="1730" as="geometry" />
        </mxCell>
        <mxCell id="In8fDh9ZLN2M87an2Miy-132" edge="1" parent="1" source="In8fDh9ZLN2M87an2Miy-80" style="edgeStyle=orthogonalEdgeStyle;rounded=0;orthogonalLoop=1;jettySize=auto;html=1;" target="In8fDh9ZLN2M87an2Miy-131" value="">
          <mxGeometry relative="1" as="geometry" />
        </mxCell>
        <mxCell id="In8fDh9ZLN2M87an2Miy-80" parent="1" style="whiteSpace=wrap;html=1;" value="release &lt;br&gt;loan_limit.held_amount" vertex="1">
          <mxGeometry height="60" width="215" x="5568.87" y="1830" as="geometry" />
        </mxCell>
        <mxCell id="In8fDh9ZLN2M87an2Miy-95" edge="1" parent="1" source="In8fDh9ZLN2M87an2Miy-82" style="edgeStyle=orthogonalEdgeStyle;rounded=0;orthogonalLoop=1;jettySize=auto;html=1;" target="In8fDh9ZLN2M87an2Miy-94" value="">
          <mxGeometry relative="1" as="geometry" />
        </mxCell>
        <mxCell id="In8fDh9ZLN2M87an2Miy-82" parent="1" style="whiteSpace=wrap;html=1;" value="loan_application&lt;br&gt;next_retry_at = now + 5min" vertex="1">
          <mxGeometry height="60" width="170" x="5283.87" y="1890" as="geometry" />
        </mxCell>
        <mxCell id="In8fDh9ZLN2M87an2Miy-88" parent="1" style="whiteSpace=wrap;html=1;" value="create loan" vertex="1">
          <mxGeometry height="60" width="215" x="5568.87" y="2063.75" as="geometry" />
        </mxCell>
        <mxCell id="In8fDh9ZLN2M87an2Miy-94" parent="1" style="whiteSpace=wrap;html=1;" value="retry_count &amp;gt; 3&lt;br&gt;status = unknown" vertex="1">
          <mxGeometry height="60" width="120" x="5308.87" y="2010" as="geometry" />
        </mxCell>
        <mxCell id="In8fDh9ZLN2M87an2Miy-105" parent="1" style="rounded=0;whiteSpace=wrap;html=1;" value="Scheduler" vertex="1">
-           <mxGeometry height="60" width="120" x="3220" y="1397.5" as="geometry" />
+           <mxGeometry height="60" width="120" x="3150" y="1402.5" as="geometry" />
        </mxCell>
        <mxCell id="In8fDh9ZLN2M87an2Miy-127" edge="1" parent="1" source="In8fDh9ZLN2M87an2Miy-111" style="edgeStyle=orthogonalEdgeStyle;rounded=0;orthogonalLoop=1;jettySize=auto;html=1;" target="In8fDh9ZLN2M87an2Miy-126" value="">
          <mxGeometry relative="1" as="geometry" />
        </mxCell>
        <mxCell id="In8fDh9ZLN2M87an2Miy-135" edge="1" parent="1" source="In8fDh9ZLN2M87an2Miy-111" style="edgeStyle=orthogonalEdgeStyle;rounded=0;orthogonalLoop=1;jettySize=auto;html=1;entryX=0;entryY=0.5;entryDx=0;entryDy=0;" target="In8fDh9ZLN2M87an2Miy-222">
          <mxGeometry relative="1" as="geometry">
            <mxPoint x="4520" y="2280" as="targetPoint" />
          </mxGeometry>
        </mxCell>
        <mxCell id="In8fDh9ZLN2M87an2Miy-111" parent="1" style="rhombus;whiteSpace=wrap;html=1;" value="loan -&amp;gt; casa exists" vertex="1">
          <mxGeometry height="180" width="166.25" x="4219.5" y="2190" as="geometry" />
        </mxCell>
        <mxCell id="In8fDh9ZLN2M87an2Miy-113" parent="1" style="whiteSpace=wrap;html=1;" value="status = approved&lt;br&gt;processed_at = now&lt;br&gt;release held_amount&lt;br&gt;create loan" vertex="1">
          <mxGeometry height="72.5" width="130" x="5329.37" y="2243.75" as="geometry" />
        </mxCell>
        <mxCell id="In8fDh9ZLN2M87an2Miy-122" edge="1" parent="1" source="In8fDh9ZLN2M87an2Miy-118" style="edgeStyle=orthogonalEdgeStyle;rounded=0;orthogonalLoop=1;jettySize=auto;html=1;" target="In8fDh9ZLN2M87an2Miy-121" value="">
          <mxGeometry relative="1" as="geometry" />
        </mxCell>
        <mxCell id="In8fDh9ZLN2M87an2Miy-118" parent="1" style="whiteSpace=wrap;html=1;" value="row lock&lt;br&gt;loan_application" vertex="1">
          <mxGeometry height="60" width="120" x="4069.5" y="1402.5" as="geometry" />
        </mxCell>
        <mxCell id="In8fDh9ZLN2M87an2Miy-124" edge="1" parent="1" source="In8fDh9ZLN2M87an2Miy-121" style="edgeStyle=orthogonalEdgeStyle;rounded=0;orthogonalLoop=1;jettySize=auto;html=1;" target="In8fDh9ZLN2M87an2Miy-123" value="">
          <mxGeometry relative="1" as="geometry" />
        </mxCell>
        <mxCell id="In8fDh9ZLN2M87an2Miy-125" edge="1" parent="1" source="In8fDh9ZLN2M87an2Miy-121" style="edgeStyle=orthogonalEdgeStyle;rounded=0;orthogonalLoop=1;jettySize=auto;html=1;entryX=0.5;entryY=0;entryDx=0;entryDy=0;" target="In8fDh9ZLN2M87an2Miy-69">
          <mxGeometry relative="1" as="geometry" />
        </mxCell>
        <mxCell id="In8fDh9ZLN2M87an2Miy-121" parent="1" style="rhombus;whiteSpace=wrap;html=1;" value="processed_at &lt;br&gt;is not null" vertex="1">
          <mxGeometry height="115" width="110" x="4249.5" y="1375" as="geometry" />
        </mxCell>
        <mxCell id="In8fDh9ZLN2M87an2Miy-123" parent="1" style="whiteSpace=wrap;html=1;" value="skip processing" vertex="1">
          <mxGeometry height="60" width="120" x="4434.5" y="1402.5" as="geometry" />
        </mxCell>
        <mxCell id="In8fDh9ZLN2M87an2Miy-216" edge="1" parent="1" source="In8fDh9ZLN2M87an2Miy-126" style="edgeStyle=orthogonalEdgeStyle;rounded=0;orthogonalLoop=1;jettySize=auto;html=1;entryX=0.5;entryY=0;entryDx=0;entryDy=0;" target="In8fDh9ZLN2M87an2Miy-214">
          <mxGeometry relative="1" as="geometry" />
        </mxCell>
        <mxCell id="In8fDh9ZLN2M87an2Miy-126" parent="1" style="whiteSpace=wrap;html=1;" value="polaris&lt;br&gt;/loan/&lt;span style=&quot;white-space: pre-wrap; color: rgb(33, 33, 33); font-family: Inter, system-ui, -apple-system, &amp;quot;system-ui&amp;quot;, &amp;quot;Segoe UI&amp;quot;, Roboto, Oxygen, Ubuntu, Cantarell, &amp;quot;Fira Sans&amp;quot;, &amp;quot;Droid Sans&amp;quot;, Helvetica, Arial, sans-serif; text-align: left; background-color: rgb(255, 255, 255);&quot;&gt;grantLoanNonCash&lt;/span&gt;" vertex="1">
          <mxGeometry height="60" width="157.38" x="4223.93" y="2440" as="geometry" />
        </mxCell>
        <mxCell id="In8fDh9ZLN2M87an2Miy-130" parent="1" style="rounded=0;whiteSpace=wrap;html=1;fontSize=21;" value="WHERE TO TRIGGER CGW???" vertex="1">
          <mxGeometry height="290" width="450.63" x="5420" y="2815" as="geometry" />
        </mxCell>
        <mxCell id="In8fDh9ZLN2M87an2Miy-133" edge="1" parent="1" source="In8fDh9ZLN2M87an2Miy-131" style="edgeStyle=orthogonalEdgeStyle;rounded=0;orthogonalLoop=1;jettySize=auto;html=1;" target="In8fDh9ZLN2M87an2Miy-88" value="">
          <mxGeometry relative="1" as="geometry" />
        </mxCell>
        <mxCell id="In8fDh9ZLN2M87an2Miy-131" parent="1" style="whiteSpace=wrap;html=1;" value="processed_at = now" vertex="1">
          <mxGeometry height="60" width="120" x="5616.37" y="1942.5" as="geometry" />
        </mxCell>
        <mxCell id="In8fDh9ZLN2M87an2Miy-141" edge="1" parent="1" source="In8fDh9ZLN2M87an2Miy-134" style="edgeStyle=orthogonalEdgeStyle;rounded=0;orthogonalLoop=1;jettySize=auto;html=1;entryX=0;entryY=0.5;entryDx=0;entryDy=0;" target="In8fDh9ZLN2M87an2Miy-139">
          <mxGeometry relative="1" as="geometry" />
        </mxCell>
        <mxCell id="In8fDh9ZLN2M87an2Miy-145" edge="1" parent="1" source="In8fDh9ZLN2M87an2Miy-134" style="edgeStyle=orthogonalEdgeStyle;rounded=0;orthogonalLoop=1;jettySize=auto;html=1;" target="In8fDh9ZLN2M87an2Miy-144" value="">
          <mxGeometry relative="1" as="geometry" />
        </mxCell>
        <mxCell id="In8fDh9ZLN2M87an2Miy-134" parent="1" style="rhombus;whiteSpace=wrap;html=1;" value="casa -&amp;gt; domestic (CGW)&lt;br&gt;exists?" vertex="1">
          <mxGeometry height="180" width="190" x="4860" y="2190" as="geometry" />
        </mxCell>
        <mxCell id="In8fDh9ZLN2M87an2Miy-142" edge="1" parent="1" source="In8fDh9ZLN2M87an2Miy-139" style="edgeStyle=orthogonalEdgeStyle;rounded=0;orthogonalLoop=1;jettySize=auto;html=1;entryX=0;entryY=0.5;entryDx=0;entryDy=0;" target="In8fDh9ZLN2M87an2Miy-113">
          <mxGeometry relative="1" as="geometry" />
        </mxCell>
        <mxCell id="In8fDh9ZLN2M87an2Miy-227" edge="1" parent="1" source="In8fDh9ZLN2M87an2Miy-139" style="edgeStyle=orthogonalEdgeStyle;rounded=0;orthogonalLoop=1;jettySize=auto;html=1;entryX=1;entryY=0.5;entryDx=0;entryDy=0;" target="In8fDh9ZLN2M87an2Miy-225">
          <mxGeometry relative="1" as="geometry">
            <Array as="points">
              <mxPoint x="5196" y="2460" />
            </Array>
          </mxGeometry>
        </mxCell>
        <mxCell id="In8fDh9ZLN2M87an2Miy-139" parent="1" style="rhombus;whiteSpace=wrap;html=1;" value="casa -&amp;gt; domestic (CGW)&lt;br&gt;amount match" vertex="1">
          <mxGeometry height="180" width="172.5" x="5110" y="2190" as="geometry" />
        </mxCell>
        <mxCell id="In8fDh9ZLN2M87an2Miy-147" edge="1" parent="1" source="In8fDh9ZLN2M87an2Miy-144" style="edgeStyle=orthogonalEdgeStyle;rounded=0;orthogonalLoop=1;jettySize=auto;html=1;" target="In8fDh9ZLN2M87an2Miy-146" value="">
          <mxGeometry relative="1" as="geometry" />
        </mxCell>
        <mxCell id="In8fDh9ZLN2M87an2Miy-144" parent="1" style="whiteSpace=wrap;html=1;" value="Trigger CGW" vertex="1">
          <mxGeometry height="60" width="120" x="4895" y="2510" as="geometry" />
        </mxCell>
        <mxCell id="In8fDh9ZLN2M87an2Miy-148" edge="1" parent="1" source="In8fDh9ZLN2M87an2Miy-146" style="edgeStyle=orthogonalEdgeStyle;rounded=0;orthogonalLoop=1;jettySize=auto;html=1;entryX=0.5;entryY=1;entryDx=0;entryDy=0;" target="In8fDh9ZLN2M87an2Miy-113">
          <mxGeometry relative="1" as="geometry" />
        </mxCell>
        <mxCell id="In8fDh9ZLN2M87an2Miy-150" edge="1" parent="1" source="In8fDh9ZLN2M87an2Miy-146" style="edgeStyle=orthogonalEdgeStyle;rounded=0;orthogonalLoop=1;jettySize=auto;html=1;" target="In8fDh9ZLN2M87an2Miy-149" value="">
          <mxGeometry relative="1" as="geometry" />
        </mxCell>
        <mxCell id="In8fDh9ZLN2M87an2Miy-146" parent="1" style="rhombus;whiteSpace=wrap;html=1;" value="200" vertex="1">
          <mxGeometry height="80" width="80" x="5115" y="2500" as="geometry" />
        </mxCell>
        <mxCell id="In8fDh9ZLN2M87an2Miy-149" parent="1" style="whiteSpace=wrap;html=1;" value="next_retry_at = now + 5min" vertex="1">
          <mxGeometry height="60" width="155" x="5077.5" y="2650" as="geometry" />
        </mxCell>
        <mxCell id="In8fDh9ZLN2M87an2Miy-176" edge="1" parent="1" source="In8fDh9ZLN2M87an2Miy-152" style="edgeStyle=orthogonalEdgeStyle;rounded=0;orthogonalLoop=1;jettySize=auto;html=1;" target="In8fDh9ZLN2M87an2Miy-175" value="">
          <mxGeometry relative="1" as="geometry" />
        </mxCell>
        <mxCell id="In8fDh9ZLN2M87an2Miy-244" edge="1" parent="1" source="In8fDh9ZLN2M87an2Miy-152" style="edgeStyle=orthogonalEdgeStyle;rounded=0;orthogonalLoop=1;jettySize=auto;html=1;entryX=0;entryY=0.5;entryDx=0;entryDy=0;" target="In8fDh9ZLN2M87an2Miy-162">
          <mxGeometry relative="1" as="geometry" />
        </mxCell>
        <mxCell id="In8fDh9ZLN2M87an2Miy-152" parent="1" style="rhombus;whiteSpace=wrap;html=1;align=center;" value="&lt;div style=&quot;&quot;&gt;&lt;span style=&quot;background-color: transparent; color: light-dark(rgb(0, 0, 0), rgb(255, 255, 255));&quot;&gt;&lt;b&gt;request amount &amp;lt;=&amp;nbsp;&lt;br&gt;&lt;/b&gt;&lt;/span&gt;&lt;span style=&quot;font-weight: 700; background-color: transparent; color: light-dark(rgb(0, 0, 0), rgb(255, 255, 255));&quot;&gt;credit_line_accounts.available_amount&lt;/span&gt;&lt;/div&gt;" vertex="1">
          <mxGeometry height="285" width="270" x="990" y="992.5" as="geometry" />
        </mxCell>
        <mxCell id="P7TJZT1PVnBYbLh7lMs1-37" edge="1" parent="1" source="In8fDh9ZLN2M87an2Miy-161" style="edgeStyle=orthogonalEdgeStyle;rounded=0;orthogonalLoop=1;jettySize=auto;html=1;entryX=0;entryY=0.5;entryDx=0;entryDy=0;" target="In8fDh9ZLN2M87an2Miy-228">
          <mxGeometry relative="1" as="geometry" />
        </mxCell>
        <mxCell id="In8fDh9ZLN2M87an2Miy-161" parent="1" style="rounded=0;whiteSpace=wrap;html=1;" value="&lt;span style=&quot;font-weight: 700;&quot;&gt;credit_line_accounts&lt;br&gt;&lt;/span&gt;row lock" vertex="1">
          <mxGeometry height="60" width="145" x="280" y="1105" as="geometry" />
        </mxCell>
        <mxCell id="In8fDh9ZLN2M87an2Miy-165" edge="1" parent="1" source="In8fDh9ZLN2M87an2Miy-162" style="edgeStyle=orthogonalEdgeStyle;rounded=0;orthogonalLoop=1;jettySize=auto;html=1;" target="In8fDh9ZLN2M87an2Miy-12">
          <mxGeometry relative="1" as="geometry" />
        </mxCell>
        <mxCell id="In8fDh9ZLN2M87an2Miy-162" parent="1" style="rounded=0;whiteSpace=wrap;html=1;" value="&lt;span style=&quot;font-weight: 700; text-align: left;&quot;&gt;ROWLOCK -&amp;gt;&lt;br&gt;credit_line_accounts.reserved_amount &lt;br&gt;+= amount&lt;/span&gt;" vertex="1">
          <mxGeometry height="60" width="250" x="1360" y="1105" as="geometry" />
        </mxCell>
        <mxCell id="In8fDh9ZLN2M87an2Miy-174" parent="1" style="text;html=1;whiteSpace=wrap;strokeColor=none;fillColor=none;align=center;verticalAlign=middle;rounded=0;" value="&lt;div style=&quot;background-color:#ffffff;color:#080808&quot;&gt;&lt;pre style=&quot;font-family:&#39;JetBrains Mono&#39;,monospace;font-size:9.8pt;&quot;&gt;&lt;span style=&quot;color:#9e880d;&quot;&gt;@Transactional&lt;/span&gt;(propagation = &lt;span style=&quot;color:#000000;&quot;&gt;Propagation&lt;/span&gt;.&lt;span style=&quot;color:#871094;font-style:italic;&quot;&gt;REQUIRES_NEW&lt;/span&gt;)&lt;/pre&gt;&lt;/div&gt;" vertex="1">
          <mxGeometry height="30" width="240" x="1005" y="900" as="geometry" />
        </mxCell>
        <mxCell id="In8fDh9ZLN2M87an2Miy-175" parent="1" style="whiteSpace=wrap;html=1;" value="Rollback, return error" vertex="1">
          <mxGeometry height="60" width="132.5" x="1058.75" y="1352.5" as="geometry" />
        </mxCell>
        <mxCell id="In8fDh9ZLN2M87an2Miy-185" parent="1" style="whiteSpace=wrap;html=1;fontStyle=0;startSize=30;horizontal=1;" value="return success to client&lt;br&gt;(&quot;Request succeeded, will be processed within 5-10 mins&quot;?)" vertex="1">
          <mxGeometry height="162.5" width="210" x="2050" y="1053.75" as="geometry" />
        </mxCell>
        <mxCell id="In8fDh9ZLN2M87an2Miy-189" parent="1" style="text;html=1;whiteSpace=wrap;strokeColor=none;fillColor=none;align=center;verticalAlign=middle;rounded=0;fontSize=26;" value="&lt;div style=&quot;background-color:#ffffff;color:#080808&quot;&gt;&lt;pre style=&quot;font-family: &amp;quot;JetBrains Mono&amp;quot;, monospace;&quot;&gt;&lt;span style=&quot;color:#9e880d;&quot;&gt;@Transactional&lt;/span&gt;(propagation = &lt;span style=&quot;color:#000000;&quot;&gt;Propagation&lt;/span&gt;.&lt;span style=&quot;color:#871094;font-style:italic;&quot;&gt;REQUIRES_NEW&lt;/span&gt;)&lt;/pre&gt;&lt;/div&gt;" vertex="1">
          <mxGeometry height="30" width="240" x="4918.87" y="1265" as="geometry" />
        </mxCell>
        <mxCell id="In8fDh9ZLN2M87an2Miy-198" parent="1" style="text;html=1;whiteSpace=wrap;strokeColor=none;fillColor=none;align=center;verticalAlign=middle;rounded=0;fontSize=32;" value="BNPL request flow" vertex="1">
          <mxGeometry height="30" width="470" x="-80" y="2930" as="geometry" />
        </mxCell>
        <mxCell id="In8fDh9ZLN2M87an2Miy-199" edge="1" parent="1" source="In8fDh9ZLN2M87an2Miy-200" style="edgeStyle=orthogonalEdgeStyle;rounded=0;orthogonalLoop=1;jettySize=auto;html=1;" target="In8fDh9ZLN2M87an2Miy-202" value="">
          <mxGeometry relative="1" as="geometry" />
        </mxCell>
        <mxCell id="In8fDh9ZLN2M87an2Miy-200" parent="1" style="shape=umlActor;verticalLabelPosition=bottom;verticalAlign=top;html=1;outlineConnect=0;" value="Actor" vertex="1">
          <mxGeometry height="60" width="30" x="20" y="3135" as="geometry" />
        </mxCell>
        <mxCell id="In8fDh9ZLN2M87an2Miy-201" edge="1" parent="1" source="In8fDh9ZLN2M87an2Miy-202" style="edgeStyle=orthogonalEdgeStyle;rounded=0;orthogonalLoop=1;jettySize=auto;html=1;entryX=0.011;entryY=0.06;entryDx=0;entryDy=0;entryPerimeter=0;" target="In8fDh9ZLN2M87an2Miy-209" value="">
          <mxGeometry relative="1" as="geometry">
            <mxPoint x="440" y="3165" as="targetPoint" />
          </mxGeometry>
        </mxCell>
        <mxCell id="In8fDh9ZLN2M87an2Miy-202" parent="1" style="whiteSpace=wrap;html=1;verticalAlign=top;" value="&lt;div&gt;&lt;br&gt;&lt;/div&gt;&lt;div&gt;One tap loan&lt;/div&gt;" vertex="1">
          <mxGeometry height="60" width="120" x="230" y="3135" as="geometry" />
        </mxCell>
        <mxCell id="In8fDh9ZLN2M87an2Miy-203" edge="1" parent="1" source="In8fDh9ZLN2M87an2Miy-205" style="edgeStyle=orthogonalEdgeStyle;rounded=0;orthogonalLoop=1;jettySize=auto;html=1;" target="In8fDh9ZLN2M87an2Miy-206" value="">
          <mxGeometry relative="1" as="geometry" />
        </mxCell>
        <mxCell id="In8fDh9ZLN2M87an2Miy-204" connectable="0" parent="In8fDh9ZLN2M87an2Miy-203" style="edgeLabel;html=1;align=center;verticalAlign=middle;resizable=0;points=[];" value="0" vertex="1">
          <mxGeometry relative="1" x="-0.2091" y="-1" as="geometry">
            <mxPoint as="offset" />
          </mxGeometry>
        </mxCell>
        <mxCell id="In8fDh9ZLN2M87an2Miy-213" edge="1" parent="1" source="In8fDh9ZLN2M87an2Miy-205" style="edgeStyle=orthogonalEdgeStyle;rounded=0;orthogonalLoop=1;jettySize=auto;html=1;" target="In8fDh9ZLN2M87an2Miy-212" value="">
          <mxGeometry relative="1" as="geometry" />
        </mxCell>
        <mxCell id="In8fDh9ZLN2M87an2Miy-205" parent="1" style="rhombus;whiteSpace=wrap;html=1;verticalAlign=top;" value="&lt;br&gt;&lt;br&gt;&lt;div&gt;&lt;br&gt;&lt;/div&gt;&lt;div&gt;Loan validation&lt;br&gt;success&lt;/div&gt;" vertex="1">
          <mxGeometry height="120" width="140" x="720" y="3105" as="geometry" />
        </mxCell>
        <mxCell id="In8fDh9ZLN2M87an2Miy-206" parent="1" style="whiteSpace=wrap;html=1;verticalAlign=middle;" value="Return err message" vertex="1">
          <mxGeometry height="60" width="120" x="730" y="3305" as="geometry" />
        </mxCell>
        <mxCell id="In8fDh9ZLN2M87an2Miy-207" edge="1" parent="1" source="In8fDh9ZLN2M87an2Miy-208" style="edgeStyle=orthogonalEdgeStyle;rounded=0;orthogonalLoop=1;jettySize=auto;html=1;entryX=0;entryY=0.5;entryDx=0;entryDy=0;" target="In8fDh9ZLN2M87an2Miy-205">
          <mxGeometry relative="1" as="geometry" />
        </mxCell>
        <mxCell id="In8fDh9ZLN2M87an2Miy-208" parent="1" style="swimlane;fontStyle=0;childLayout=stackLayout;horizontal=1;startSize=30;horizontalStack=0;resizeParent=1;resizeParentMax=0;resizeLast=0;collapsible=1;marginBottom=0;whiteSpace=wrap;html=1;" value="Validations" vertex="1">
          <mxGeometry height="120" width="140" x="460" y="3135" as="geometry" />
        </mxCell>
        <mxCell id="In8fDh9ZLN2M87an2Miy-209" parent="In8fDh9ZLN2M87an2Miy-208" style="text;strokeColor=none;fillColor=none;align=left;verticalAlign=middle;spacingLeft=4;spacingRight=4;overflow=hidden;points=[[0,0.5],[1,0.5]];portConstraint=eastwest;rotatable=0;whiteSpace=wrap;html=1;" value="user status" vertex="1">
          <mxGeometry height="30" width="140" y="30" as="geometry" />
        </mxCell>
        <mxCell id="In8fDh9ZLN2M87an2Miy-210" parent="In8fDh9ZLN2M87an2Miy-208" style="text;strokeColor=none;fillColor=none;align=left;verticalAlign=middle;spacingLeft=4;spacingRight=4;overflow=hidden;points=[[0,0.5],[1,0.5]];portConstraint=eastwest;rotatable=0;whiteSpace=wrap;html=1;" value="kyc status" vertex="1">
          <mxGeometry height="30" width="140" y="60" as="geometry" />
        </mxCell>
        <mxCell id="In8fDh9ZLN2M87an2Miy-211" parent="In8fDh9ZLN2M87an2Miy-208" style="text;strokeColor=none;fillColor=none;align=left;verticalAlign=middle;spacingLeft=4;spacingRight=4;overflow=hidden;points=[[0,0.5],[1,0.5]];portConstraint=eastwest;rotatable=0;whiteSpace=wrap;html=1;" value="loan limit status" vertex="1">
          <mxGeometry height="30" width="140" y="90" as="geometry" />
        </mxCell>
        <mxCell id="In8fDh9ZLN2M87an2Miy-212" parent="1" style="whiteSpace=wrap;html=1;verticalAlign=middle;" value="Same as one-tap ??" vertex="1">
          <mxGeometry height="60" width="120" x="950" y="3135" as="geometry" />
        </mxCell>
        <mxCell id="In8fDh9ZLN2M87an2Miy-218" edge="1" parent="1" source="In8fDh9ZLN2M87an2Miy-214" style="edgeStyle=orthogonalEdgeStyle;rounded=0;orthogonalLoop=1;jettySize=auto;html=1;entryX=0;entryY=0.5;entryDx=0;entryDy=0;" target="In8fDh9ZLN2M87an2Miy-134">
          <mxGeometry relative="1" as="geometry">
            <Array as="points">
              <mxPoint x="4860" y="2630" />
            </Array>
          </mxGeometry>
        </mxCell>
        <mxCell id="In8fDh9ZLN2M87an2Miy-221" edge="1" parent="1" source="In8fDh9ZLN2M87an2Miy-214" style="edgeStyle=orthogonalEdgeStyle;rounded=0;orthogonalLoop=1;jettySize=auto;html=1;entryX=0;entryY=0.5;entryDx=0;entryDy=0;" target="In8fDh9ZLN2M87an2Miy-149">
          <mxGeometry relative="1" as="geometry">
            <Array as="points">
              <mxPoint x="4303" y="2680" />
            </Array>
          </mxGeometry>
        </mxCell>
        <mxCell id="In8fDh9ZLN2M87an2Miy-214" parent="1" style="rhombus;whiteSpace=wrap;html=1;" value="200" vertex="1">
          <mxGeometry height="80" width="80" x="4262.62" y="2590" as="geometry" />
        </mxCell>
        <mxCell id="In8fDh9ZLN2M87an2Miy-223" edge="1" parent="1" source="In8fDh9ZLN2M87an2Miy-222" style="edgeStyle=orthogonalEdgeStyle;rounded=0;orthogonalLoop=1;jettySize=auto;html=1;" target="In8fDh9ZLN2M87an2Miy-134">
          <mxGeometry relative="1" as="geometry" />
        </mxCell>
        <mxCell id="In8fDh9ZLN2M87an2Miy-226" edge="1" parent="1" source="In8fDh9ZLN2M87an2Miy-222" style="edgeStyle=orthogonalEdgeStyle;rounded=0;orthogonalLoop=1;jettySize=auto;html=1;" target="In8fDh9ZLN2M87an2Miy-225" value="">
          <mxGeometry relative="1" as="geometry" />
        </mxCell>
        <mxCell id="In8fDh9ZLN2M87an2Miy-222" parent="1" style="rhombus;whiteSpace=wrap;html=1;" value="loan -&amp;gt; casa &lt;br&gt;amount match" vertex="1">
          <mxGeometry height="156.25" width="155" x="4561.37" y="2201.88" as="geometry" />
        </mxCell>
        <mxCell id="In8fDh9ZLN2M87an2Miy-225" parent="1" style="whiteSpace=wrap;html=1;" value="status = manual_review??" vertex="1">
          <mxGeometry height="60" width="120" x="4578.87" y="2429.995" as="geometry" />
        </mxCell>
        <mxCell id="P7TJZT1PVnBYbLh7lMs1-38" edge="1" parent="1" source="In8fDh9ZLN2M87an2Miy-228" style="edgeStyle=orthogonalEdgeStyle;rounded=0;orthogonalLoop=1;jettySize=auto;html=1;entryX=0.5;entryY=0;entryDx=0;entryDy=0;" target="In8fDh9ZLN2M87an2Miy-233">
          <mxGeometry relative="1" as="geometry" />
        </mxCell>
        <mxCell id="P7TJZT1PVnBYbLh7lMs1-39" edge="1" parent="1" source="In8fDh9ZLN2M87an2Miy-228" style="edgeStyle=orthogonalEdgeStyle;rounded=0;orthogonalLoop=1;jettySize=auto;html=1;" target="In8fDh9ZLN2M87an2Miy-152">
          <mxGeometry relative="1" as="geometry" />
        </mxCell>
        <mxCell id="In8fDh9ZLN2M87an2Miy-228" parent="1" style="rhombus;whiteSpace=wrap;html=1;" value="Polaris&lt;br&gt;/line/&lt;span style=&quot;color: rgb(33, 33, 33); font-family: Inter, system-ui, -apple-system, &amp;quot;system-ui&amp;quot;, &amp;quot;Segoe UI&amp;quot;, Roboto, Oxygen, Ubuntu, Cantarell, &amp;quot;Fira Sans&amp;quot;, &amp;quot;Droid Sans&amp;quot;, Helvetica, Arial, sans-serif; text-align: left; white-space: pre-wrap; background-color: rgb(255, 255, 255);&quot;&gt;getAccountDetail&lt;/span&gt;&lt;br&gt;200" vertex="1">
          <mxGeometry height="225" width="250" x="570" y="1022.5" as="geometry" />
        </mxCell>
        <mxCell id="In8fDh9ZLN2M87an2Miy-236" edge="1" parent="1" source="In8fDh9ZLN2M87an2Miy-233" style="edgeStyle=orthogonalEdgeStyle;rounded=0;orthogonalLoop=1;jettySize=auto;html=1;" target="In8fDh9ZLN2M87an2Miy-235" value="">
          <mxGeometry relative="1" as="geometry" />
        </mxCell>
        <mxCell id="In8fDh9ZLN2M87an2Miy-242" edge="1" parent="1" source="In8fDh9ZLN2M87an2Miy-233" style="edgeStyle=orthogonalEdgeStyle;rounded=0;orthogonalLoop=1;jettySize=auto;html=1;entryX=0;entryY=0.5;entryDx=0;entryDy=0;" target="In8fDh9ZLN2M87an2Miy-241" value="">
          <mxGeometry relative="1" as="geometry">
            <mxPoint x="765" y="1362.5" as="targetPoint" />
          </mxGeometry>
        </mxCell>
        <mxCell id="In8fDh9ZLN2M87an2Miy-233" parent="1" style="rhombus;whiteSpace=wrap;html=1;" value="501" vertex="1">
          <mxGeometry height="80" width="80" x="655" y="1322.5" as="geometry" />
        </mxCell>
        <mxCell id="In8fDh9ZLN2M87an2Miy-238" edge="1" parent="1" source="In8fDh9ZLN2M87an2Miy-235" style="edgeStyle=orthogonalEdgeStyle;rounded=0;orthogonalLoop=1;jettySize=auto;html=1;entryX=0;entryY=0.5;entryDx=0;entryDy=0;" target="In8fDh9ZLN2M87an2Miy-237" value="">
          <mxGeometry relative="1" as="geometry">
            <mxPoint x="835" y="1615" as="targetPoint" />
          </mxGeometry>
        </mxCell>
        <mxCell id="In8fDh9ZLN2M87an2Miy-240" edge="1" parent="1" source="In8fDh9ZLN2M87an2Miy-235" style="edgeStyle=orthogonalEdgeStyle;rounded=0;orthogonalLoop=1;jettySize=auto;html=1;" target="In8fDh9ZLN2M87an2Miy-239" value="">
          <mxGeometry relative="1" as="geometry" />
        </mxCell>
        <mxCell id="In8fDh9ZLN2M87an2Miy-235" parent="1" style="rhombus;whiteSpace=wrap;html=1;" value="timeout, http err" vertex="1">
          <mxGeometry height="125" width="120" x="635" y="1552.5" as="geometry" />
        </mxCell>
        <mxCell id="In8fDh9ZLN2M87an2Miy-237" parent="1" style="whiteSpace=wrap;html=1;" value="return err msg&lt;br&gt;try again" vertex="1">
          <mxGeometry height="60" width="120" x="855" y="1585" as="geometry" />
        </mxCell>
        <mxCell id="In8fDh9ZLN2M87an2Miy-239" parent="1" style="whiteSpace=wrap;html=1;" value="return err msg&lt;br&gt;try again?" vertex="1">
          <mxGeometry height="60" width="120" x="635" y="1740" as="geometry" />
        </mxCell>
        <mxCell id="In8fDh9ZLN2M87an2Miy-241" parent="1" style="whiteSpace=wrap;html=1;" value="return err msg?" vertex="1">
          <mxGeometry height="60" width="120" x="845" y="1332.5" as="geometry" />
        </mxCell>
        <mxCell id="P7TJZT1PVnBYbLh7lMs1-3" parent="1" style="whiteSpace=wrap;html=1;rounded=0;" value="Polaris&lt;br&gt;/line/openAccount" vertex="1">
          <mxGeometry height="60" width="120" x="2420" y="210" as="geometry" />
        </mxCell>
        <mxCell id="P7TJZT1PVnBYbLh7lMs1-5" parent="1" style="swimlane;fontStyle=0;childLayout=stackLayout;horizontal=1;startSize=30;horizontalStack=0;resizeParent=1;resizeParentMax=0;resizeLast=0;collapsible=1;marginBottom=0;whiteSpace=wrap;html=1;" value="expected calls in order:" vertex="1">
          <mxGeometry height="210" width="270" x="3160" y="1991.88" as="geometry" />
        </mxCell>
        <mxCell id="P7TJZT1PVnBYbLh7lMs1-6" parent="P7TJZT1PVnBYbLh7lMs1-5" style="text;strokeColor=none;fillColor=none;align=left;verticalAlign=middle;spacingLeft=4;spacingRight=4;overflow=hidden;points=[[0,0.5],[1,0.5]];portConstraint=eastwest;rotatable=0;whiteSpace=wrap;html=1;" value="&lt;span style=&quot;text-align: center;&quot;&gt;/loan/createAccount - no retry&lt;/span&gt;" vertex="1">
          <mxGeometry height="30" width="270" y="30" as="geometry" />
        </mxCell>
        <mxCell id="P7TJZT1PVnBYbLh7lMs1-7" parent="P7TJZT1PVnBYbLh7lMs1-5" style="text;strokeColor=none;fillColor=none;align=left;verticalAlign=middle;spacingLeft=4;spacingRight=4;overflow=hidden;points=[[0,0.5],[1,0.5]];portConstraint=eastwest;rotatable=0;whiteSpace=wrap;html=1;" value="&lt;span style=&quot;text-align: center;&quot;&gt;/loan/&lt;/span&gt;&lt;span style=&quot;background-color: rgb(252, 246, 219); color: rgb(0, 0, 0); font-family: &amp;quot;Anonymous Pro&amp;quot;, Menlo, Consolas, &amp;quot;Bitstream Vera Sans Mono&amp;quot;, &amp;quot;Courier New&amp;quot;, monospace; font-size: 0.9em;&quot;&gt;createNrsSchedule - retry&lt;/span&gt;" vertex="1">
          <mxGeometry height="30" width="270" y="60" as="geometry" />
        </mxCell>
        <mxCell id="P7TJZT1PVnBYbLh7lMs1-8" parent="P7TJZT1PVnBYbLh7lMs1-5" style="text;strokeColor=none;fillColor=none;align=left;verticalAlign=middle;spacingLeft=4;spacingRight=4;overflow=hidden;points=[[0,0.5],[1,0.5]];portConstraint=eastwest;rotatable=0;whiteSpace=wrap;html=1;" value="&lt;span style=&quot;text-align: center;&quot;&gt;/loan/openAccount - retry&lt;/span&gt;" vertex="1">
          <mxGeometry height="30" width="270" y="90" as="geometry" />
        </mxCell>
        <mxCell id="P7TJZT1PVnBYbLh7lMs1-9" parent="P7TJZT1PVnBYbLh7lMs1-5" style="text;strokeColor=none;fillColor=none;align=left;verticalAlign=middle;spacingLeft=4;spacingRight=4;overflow=hidden;points=[[0,0.5],[1,0.5]];portConstraint=eastwest;rotatable=0;whiteSpace=wrap;html=1;" value="&lt;span style=&quot;font-family: &amp;quot;Anonymous Pro&amp;quot;, Menlo, Consolas, &amp;quot;Bitstream Vera Sans Mono&amp;quot;, &amp;quot;Courier New&amp;quot;, monospace; font-size: 10.8px; white-space: pre-wrap;&quot;&gt;&lt;font style=&quot;color: light-dark(rgb(237, 237, 237), rgb(255, 255, 255));&quot;&gt;/line/linkLineAccountToLoan - retry?&lt;/font&gt;&lt;/span&gt;" vertex="1">
          <mxGeometry height="30" width="270" y="120" as="geometry" />
        </mxCell>
        <mxCell id="P7TJZT1PVnBYbLh7lMs1-10" parent="P7TJZT1PVnBYbLh7lMs1-5" style="text;strokeColor=none;fillColor=none;align=left;verticalAlign=middle;spacingLeft=4;spacingRight=4;overflow=hidden;points=[[0,0.5],[1,0.5]];portConstraint=eastwest;rotatable=0;whiteSpace=wrap;html=1;" value="&lt;span style=&quot;text-align: center;&quot;&gt;/loan/&lt;/span&gt;&lt;span style=&quot;white-space: pre-wrap; color: rgb(33, 33, 33); font-family: Inter, system-ui, -apple-system, &amp;quot;system-ui&amp;quot;, &amp;quot;Segoe UI&amp;quot;, Roboto, Oxygen, Ubuntu, Cantarell, &amp;quot;Fira Sans&amp;quot;, &amp;quot;Droid Sans&amp;quot;, Helvetica, Arial, sans-serif; background-color: rgb(255, 255, 255);&quot;&gt;grantLoanNonCash - retry&lt;/span&gt;" vertex="1">
          <mxGeometry height="30" width="270" y="150" as="geometry" />
        </mxCell>
        <mxCell id="P7TJZT1PVnBYbLh7lMs1-11" parent="P7TJZT1PVnBYbLh7lMs1-5" style="text;strokeColor=none;fillColor=none;align=left;verticalAlign=middle;spacingLeft=4;spacingRight=4;overflow=hidden;points=[[0,0.5],[1,0.5]];portConstraint=eastwest;rotatable=0;whiteSpace=wrap;html=1;" value="&lt;font face=&quot;Inter, system-ui, -apple-system, system-ui, Segoe UI, Roboto, Oxygen, Ubuntu, Cantarell, Fira Sans, Droid Sans, Helvetica, Arial, sans-serif&quot; style=&quot;color: light-dark(rgb(188, 188, 188), rgb(255, 255, 255));&quot;&gt;&lt;span style=&quot;white-space-collapse: preserve;&quot;&gt;CGW Trigger ??&lt;/span&gt;&lt;/font&gt;" vertex="1">
          <mxGeometry height="30" width="270" y="180" as="geometry" />
        </mxCell>
        <mxCell id="P7TJZT1PVnBYbLh7lMs1-17" edge="1" parent="1" source="P7TJZT1PVnBYbLh7lMs1-15" style="edgeStyle=orthogonalEdgeStyle;rounded=0;orthogonalLoop=1;jettySize=auto;html=1;" target="P7TJZT1PVnBYbLh7lMs1-16" value="">
          <mxGeometry relative="1" as="geometry" />
        </mxCell>
        <mxCell id="P7TJZT1PVnBYbLh7lMs1-15" parent="1" style="rounded=0;whiteSpace=wrap;html=1;" value="/loan/&lt;span style=&quot;background-color: rgb(252, 246, 219); color: rgb(0, 0, 0); font-family: &amp;quot;Anonymous Pro&amp;quot;, Menlo, Consolas, &amp;quot;Bitstream Vera Sans Mono&amp;quot;, &amp;quot;Courier New&amp;quot;, monospace; font-size: 0.9em; text-align: start;&quot;&gt;getCustomerLoanAccountList&lt;/span&gt;" vertex="1">
          <mxGeometry height="60" width="270" x="2890" y="2243.75" as="geometry" />
        </mxCell>
        <mxCell id="P7TJZT1PVnBYbLh7lMs1-23" edge="1" parent="1" source="P7TJZT1PVnBYbLh7lMs1-16" style="edgeStyle=orthogonalEdgeStyle;rounded=0;orthogonalLoop=1;jettySize=auto;html=1;" target="P7TJZT1PVnBYbLh7lMs1-22" value="">
          <mxGeometry relative="1" as="geometry" />
        </mxCell>
        <mxCell id="P7TJZT1PVnBYbLh7lMs1-33" edge="1" parent="1" source="P7TJZT1PVnBYbLh7lMs1-16" style="edgeStyle=orthogonalEdgeStyle;rounded=0;orthogonalLoop=1;jettySize=auto;html=1;" target="P7TJZT1PVnBYbLh7lMs1-32" value="">
          <mxGeometry relative="1" as="geometry" />
        </mxCell>
        <mxCell id="P7TJZT1PVnBYbLh7lMs1-16" parent="1" style="rhombus;whiteSpace=wrap;html=1;rounded=0;" value="product match&lt;br&gt;amount match&lt;br&gt;status = new" vertex="1">
          <mxGeometry height="190" width="190" x="2930" y="2371.87" as="geometry" />
        </mxCell>
        <mxCell id="P7TJZT1PVnBYbLh7lMs1-25" edge="1" parent="1" source="P7TJZT1PVnBYbLh7lMs1-22" style="edgeStyle=orthogonalEdgeStyle;rounded=0;orthogonalLoop=1;jettySize=auto;html=1;" target="P7TJZT1PVnBYbLh7lMs1-24" value="">
          <mxGeometry relative="1" as="geometry" />
        </mxCell>
        <mxCell id="P7TJZT1PVnBYbLh7lMs1-22" parent="1" style="whiteSpace=wrap;html=1;rounded=0;" value="/loan/&lt;span style=&quot;background-color: rgb(252, 246, 219); color: rgb(0, 0, 0); font-family: &amp;quot;Anonymous Pro&amp;quot;, Menlo, Consolas, &amp;quot;Bitstream Vera Sans Mono&amp;quot;, &amp;quot;Courier New&amp;quot;, monospace; font-size: 0.9em; text-align: start;&quot;&gt;getNrsSchedule&lt;/span&gt;" vertex="1">
          <mxGeometry height="60" width="215" x="3200" y="2436.87" as="geometry" />
        </mxCell>
        <mxCell id="P7TJZT1PVnBYbLh7lMs1-29" edge="1" parent="1" source="P7TJZT1PVnBYbLh7lMs1-24" style="edgeStyle=orthogonalEdgeStyle;rounded=0;orthogonalLoop=1;jettySize=auto;html=1;" target="P7TJZT1PVnBYbLh7lMs1-28" value="">
          <mxGeometry relative="1" as="geometry" />
        </mxCell>
        <mxCell id="P7TJZT1PVnBYbLh7lMs1-31" edge="1" parent="1" source="P7TJZT1PVnBYbLh7lMs1-24" style="edgeStyle=orthogonalEdgeStyle;rounded=0;orthogonalLoop=1;jettySize=auto;html=1;" target="P7TJZT1PVnBYbLh7lMs1-30" value="">
          <mxGeometry relative="1" as="geometry" />
        </mxCell>
        <mxCell id="P7TJZT1PVnBYbLh7lMs1-24" parent="1" style="rhombus;whiteSpace=wrap;html=1;rounded=0;" value="schedule match?" vertex="1">
          <mxGeometry height="115" width="110" x="3510" y="2409.37" as="geometry" />
        </mxCell>
        <mxCell id="P7TJZT1PVnBYbLh7lMs1-28" parent="1" style="whiteSpace=wrap;html=1;rounded=0;" value="/loan/openAccount&amp;nbsp;" vertex="1">
          <mxGeometry height="60" width="155" x="3695" y="2436.87" as="geometry" />
        </mxCell>
        <mxCell id="P7TJZT1PVnBYbLh7lMs1-30" parent="1" style="whiteSpace=wrap;html=1;rounded=0;" value="/loan/&lt;span style=&quot;background-color: rgb(252, 246, 219); color: rgb(0, 0, 0); font-family: &amp;quot;Anonymous Pro&amp;quot;, Menlo, Consolas, &amp;quot;Bitstream Vera Sans Mono&amp;quot;, &amp;quot;Courier New&amp;quot;, monospace; font-size: 0.9em; text-align: start;&quot;&gt;updateNrsSchedule&lt;/span&gt;" vertex="1">
          <mxGeometry height="60" width="195" x="3467.5" y="2631.87" as="geometry" />
        </mxCell>
        <mxCell id="P7TJZT1PVnBYbLh7lMs1-32" parent="1" style="rhombus;whiteSpace=wrap;html=1;rounded=0;" value="product match&lt;br&gt;amount match&lt;br&gt;status = active" vertex="1">
          <mxGeometry height="213.13" width="213.13" x="2918.43" y="2696.87" as="geometry" />
        </mxCell>
        <mxCell id="P7TJZT1PVnBYbLh7lMs1-44" edge="1" parent="1" source="P7TJZT1PVnBYbLh7lMs1-41" style="edgeStyle=orthogonalEdgeStyle;rounded=0;orthogonalLoop=1;jettySize=auto;html=1;" target="P7TJZT1PVnBYbLh7lMs1-43" value="">
          <mxGeometry relative="1" as="geometry" />
        </mxCell>
        <mxCell id="P7TJZT1PVnBYbLh7lMs1-41" parent="1" style="whiteSpace=wrap;html=1;verticalAlign=middle;" value="Rate limit by user" vertex="1">
          <mxGeometry height="60" width="120" x="-660" y="1105" as="geometry" />
        </mxCell>
        <mxCell id="P7TJZT1PVnBYbLh7lMs1-43" parent="1" style="whiteSpace=wrap;html=1;" value="Circuit breaker" vertex="1">
          <mxGeometry height="60" width="120" x="-485" y="1105" as="geometry" />
        </mxCell>
        <mxCell id="P7TJZT1PVnBYbLh7lMs1-45" edge="1" parent="1" source="P7TJZT1PVnBYbLh7lMs1-43" style="edgeStyle=orthogonalEdgeStyle;rounded=0;orthogonalLoop=1;jettySize=auto;html=1;entryX=-0.015;entryY=0.128;entryDx=0;entryDy=0;entryPerimeter=0;" target="In8fDh9ZLN2M87an2Miy-27">
          <mxGeometry relative="1" as="geometry" />
        </mxCell>
      </root>
    </mxGraphModel>
  </diagram>
</mxfile>
